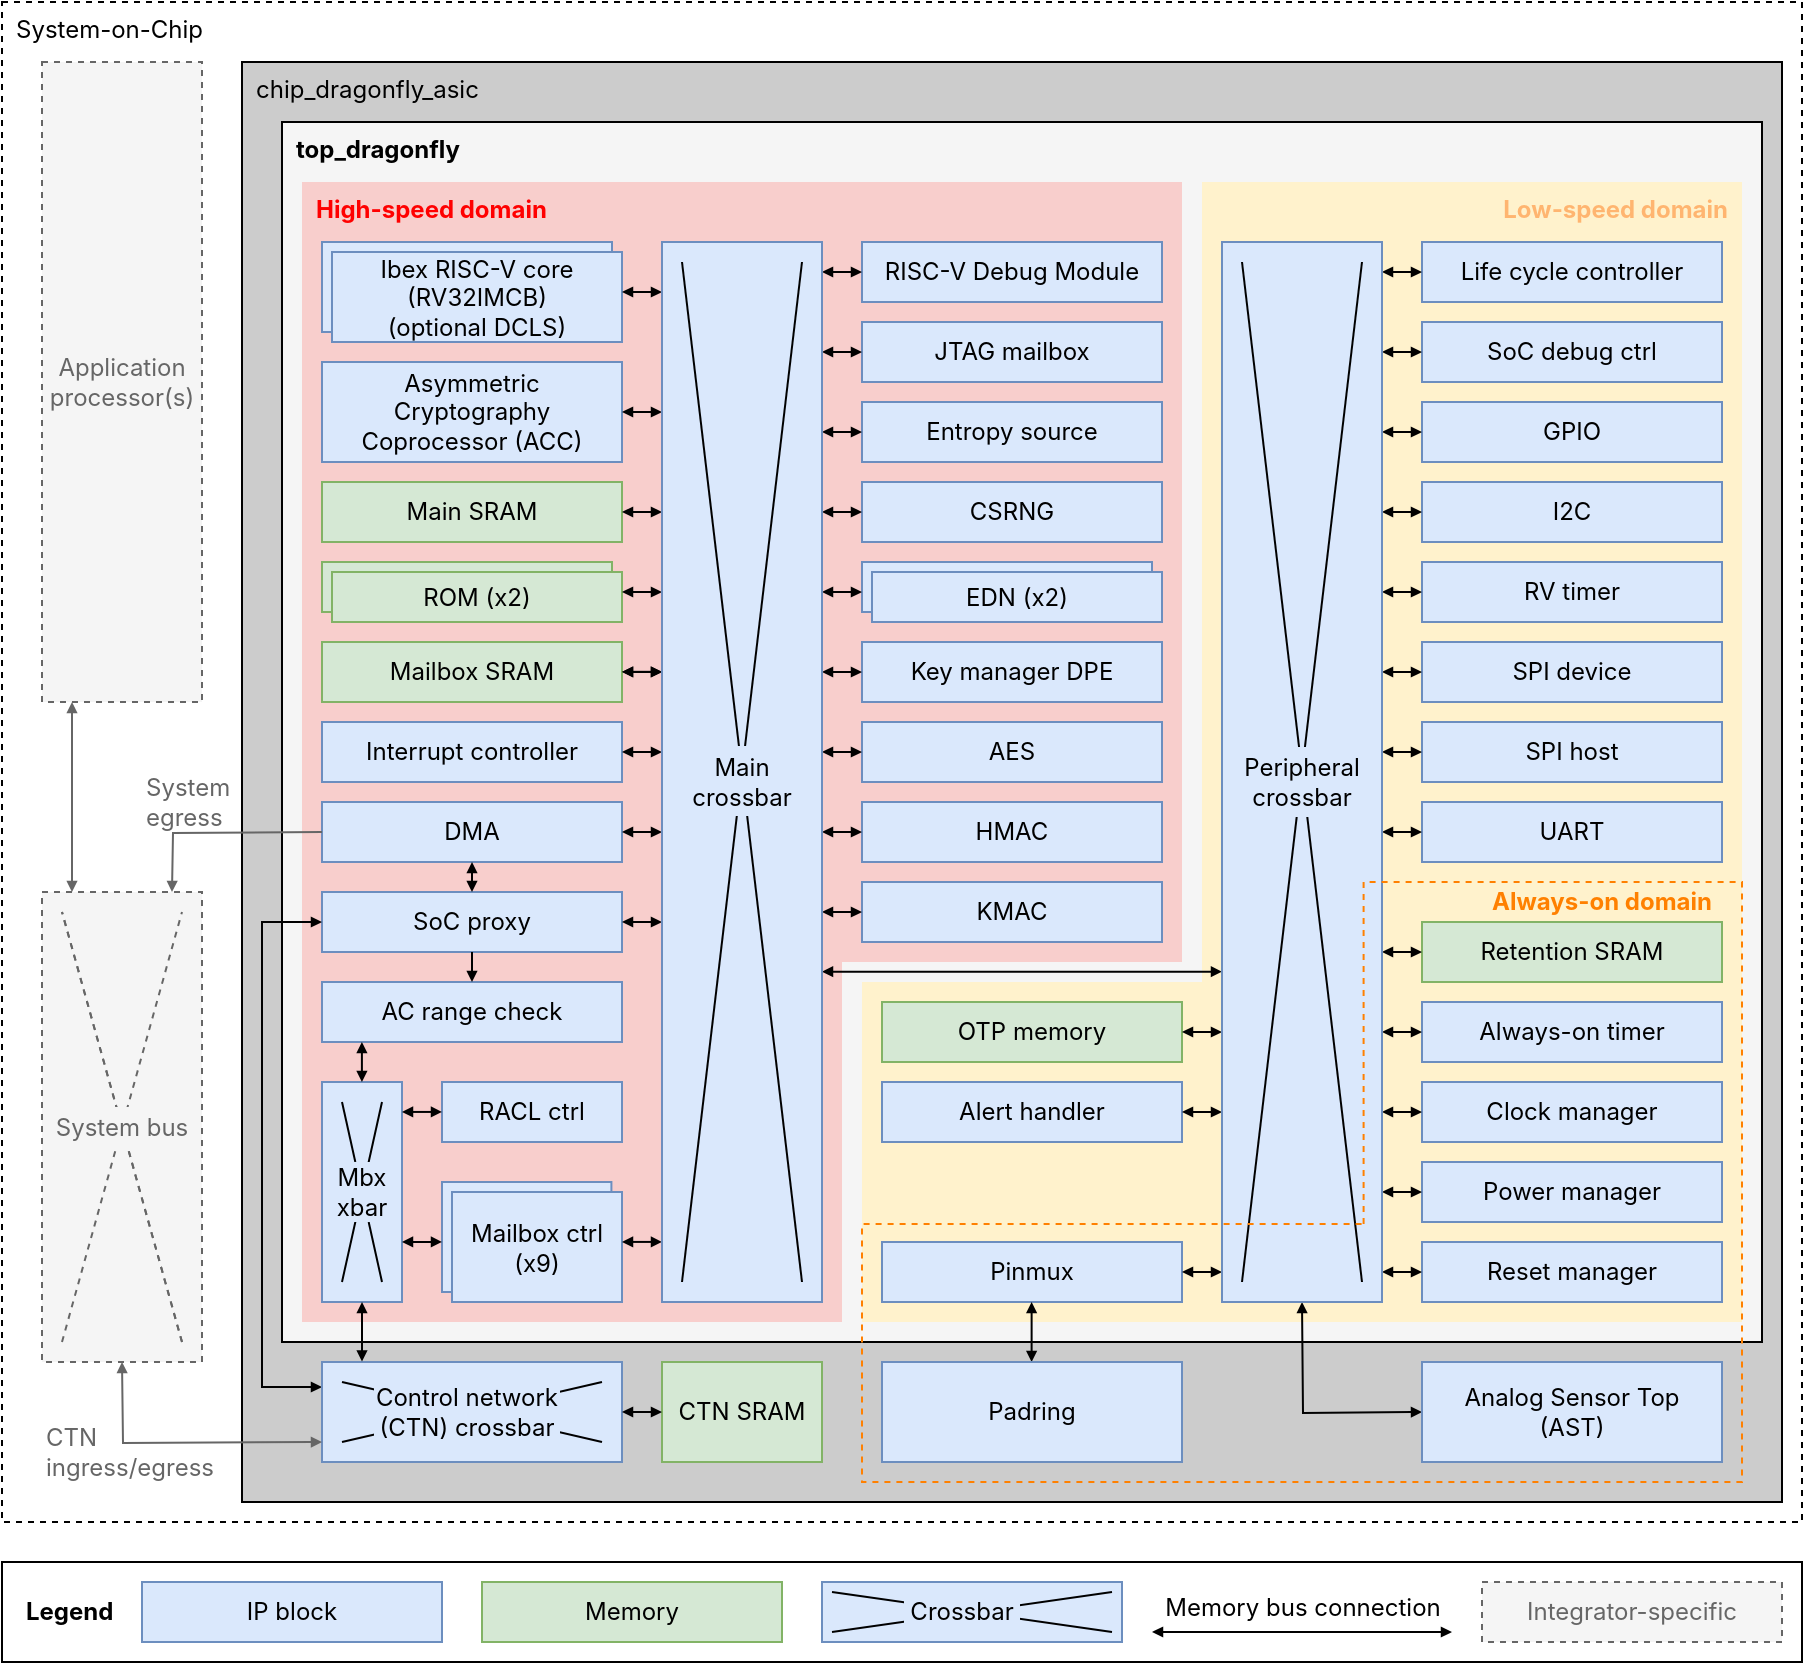
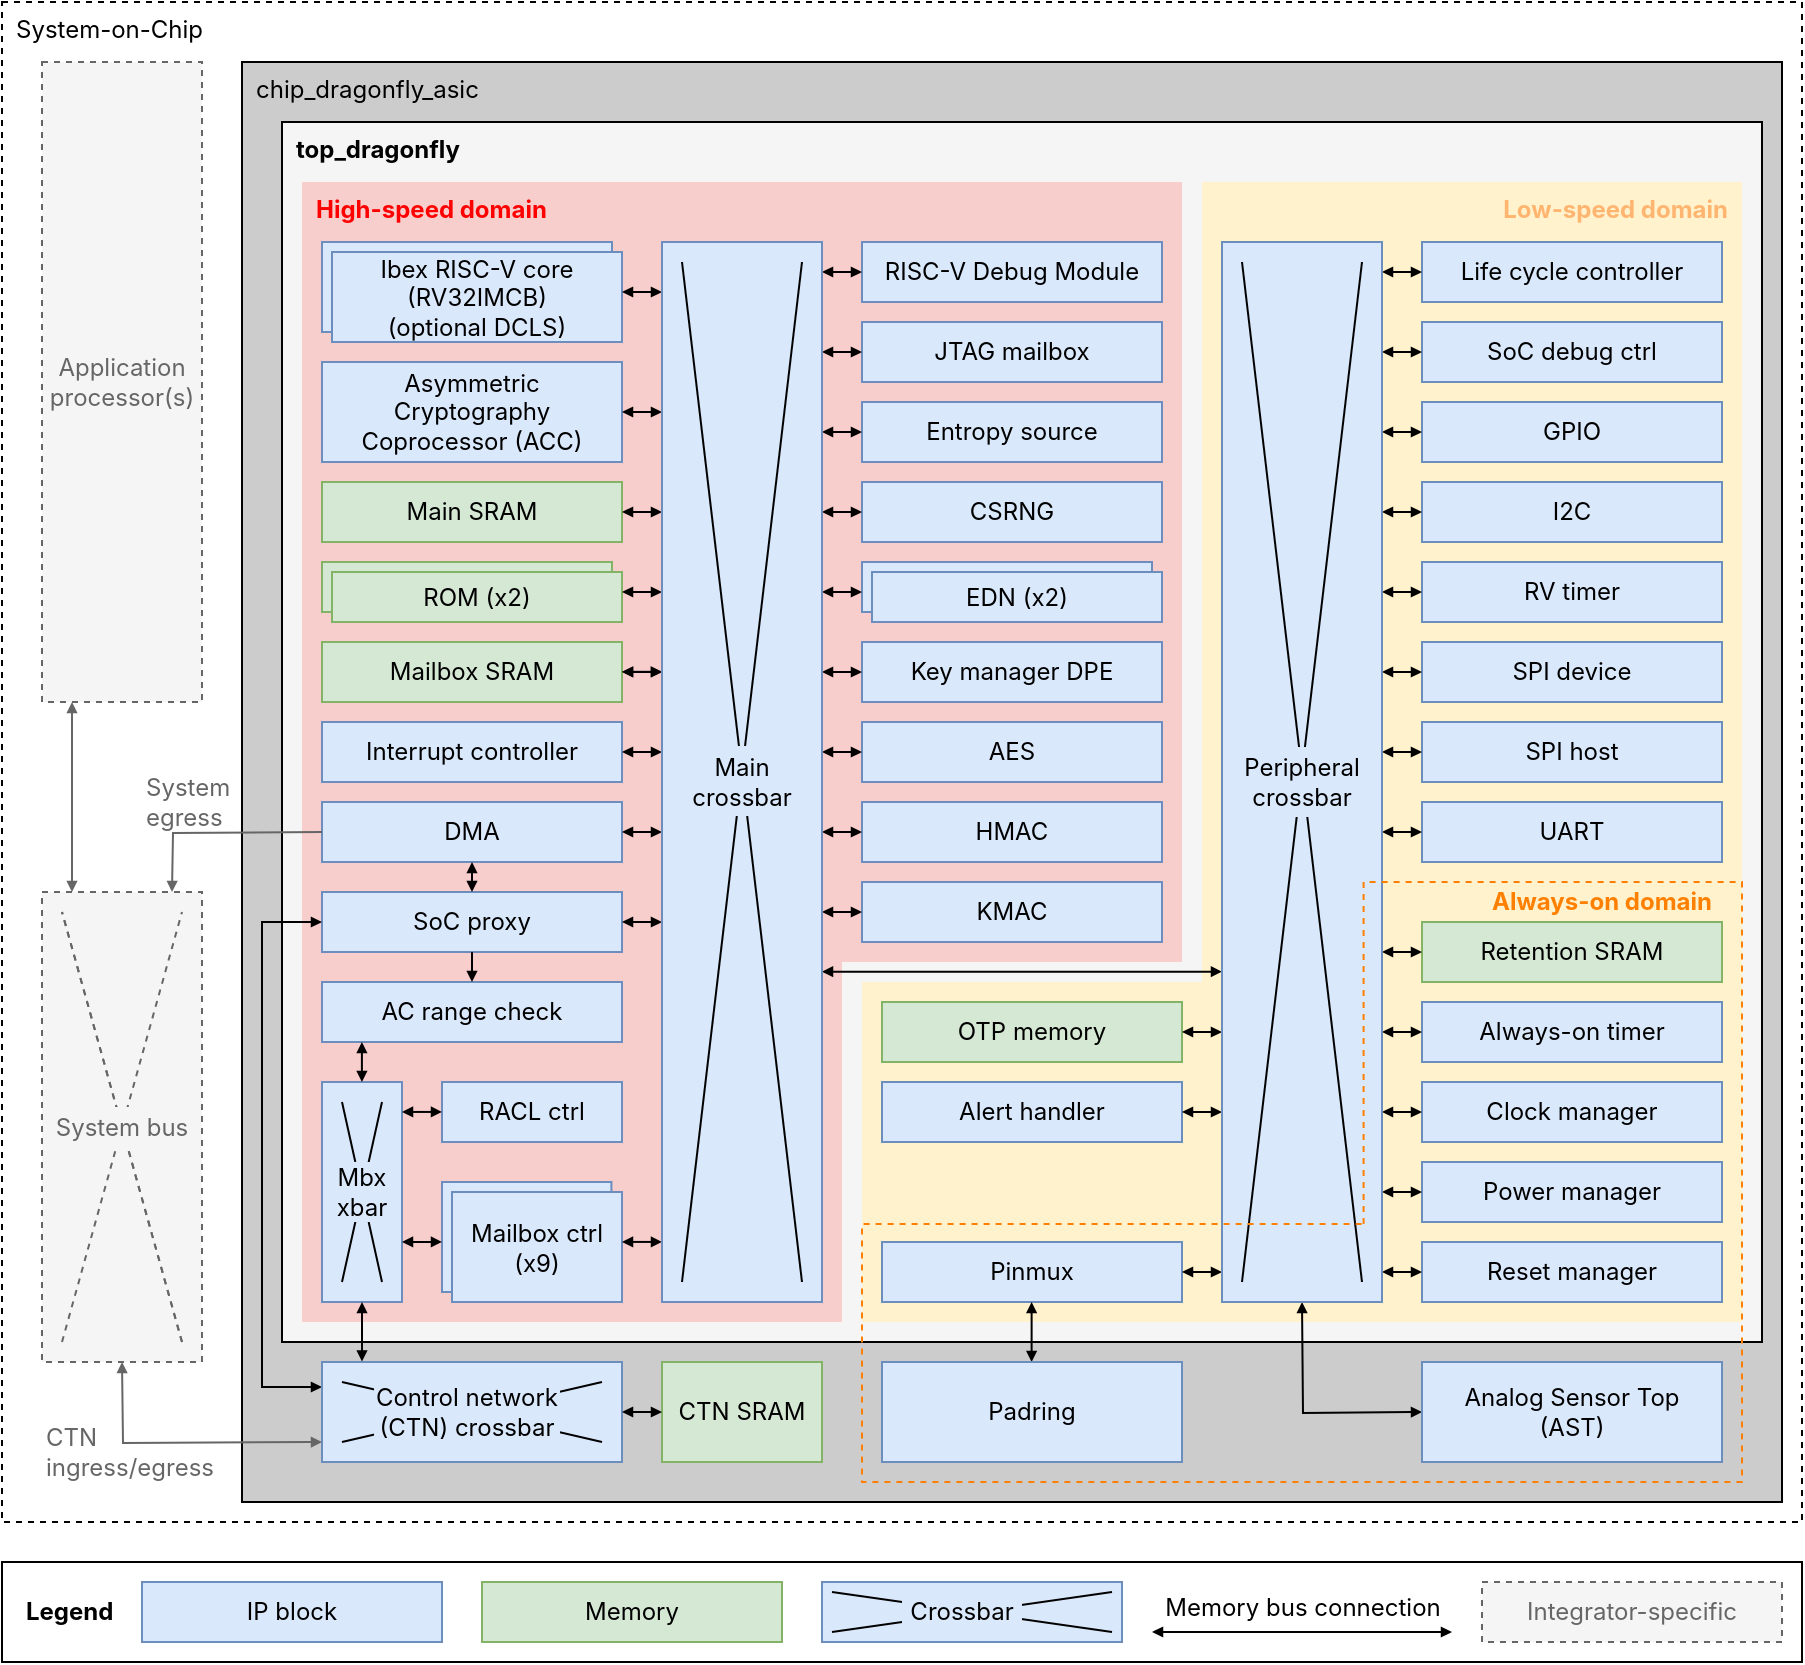
<mxfile host="app.diagrams.net">
  <diagram name="Page-1" id="MSztbGPcqC1q82uuUvVW">
    <mxGraphModel dx="1414" dy="894" grid="1" gridSize="10" guides="1" tooltips="1" connect="1" arrows="1" fold="1" page="1" pageScale="1" pageWidth="1100" pageHeight="850" math="0" shadow="0">
      <root>
        <mxCell id="0" />
        <mxCell id="1" parent="0" />
        <mxCell id="y9GF8haSMmf8SIC3IKub-166" parent="1" style="rounded=0;whiteSpace=wrap;html=1;fontFamily=Inter;fontSize=12;labelBackgroundColor=none;align=left;verticalAlign=top;spacingLeft=5;dashed=1;fontSource=https%3A%2F%2Ffonts.googleapis.com%2Fcss%3Ffamily%3DInter;" value="System-on-Chip" vertex="1">
          <mxGeometry height="760" width="900" x="40" y="40" as="geometry" />
        </mxCell>
        <mxCell id="y9GF8haSMmf8SIC3IKub-145" parent="1" style="rounded=0;whiteSpace=wrap;html=1;fontFamily=Inter;fontSize=12;fontColor=default;labelBackgroundColor=none;align=left;verticalAlign=top;spacingLeft=5;fillColor=#CCCCCC;fontSource=https%3A%2F%2Ffonts.googleapis.com%2Fcss%3Ffamily%3DInter;" value="&lt;div align=&quot;left&quot;&gt;chip_dragonfly_asic&lt;/div&gt;" vertex="1">
          <mxGeometry height="720" width="770" x="160" y="70" as="geometry" />
        </mxCell>
        <mxCell id="y9GF8haSMmf8SIC3IKub-144" parent="1" style="rounded=0;whiteSpace=wrap;html=1;fontFamily=Inter;fontSize=12;fontColor=default;labelBackgroundColor=none;align=left;verticalAlign=top;spacingLeft=5;fillColor=#F5F5F5;fontSource=https%3A%2F%2Ffonts.googleapis.com%2Fcss%3Ffamily%3DInter;" value="&lt;div align=&quot;left&quot;&gt;&lt;b&gt;top_dragonfly&lt;/b&gt;&lt;/div&gt;" vertex="1">
          <mxGeometry height="610" width="740" x="180" y="100" as="geometry" />
        </mxCell>
        <mxCell id="y9GF8haSMmf8SIC3IKub-72" parent="1" style="rounded=0;whiteSpace=wrap;html=1;fontFamily=Inter;fontSize=11;labelBackgroundColor=default;fillColor=#fff2cc;strokeColor=none;fontSource=https%3A%2F%2Ffonts.googleapis.com%2Fcss%3Ffamily%3DInter;" value="" vertex="1">
          <mxGeometry height="170" width="440" x="470" y="530" as="geometry" />
        </mxCell>
        <mxCell id="y9GF8haSMmf8SIC3IKub-71" parent="1" style="rounded=0;whiteSpace=wrap;html=1;fontFamily=Inter;fontSize=12;labelBackgroundColor=none;align=right;verticalAlign=top;spacingRight=5;fontStyle=1;fontSource=https%3A%2F%2Ffonts.googleapis.com%2Fcss%3Ffamily%3DInter;fillColor=#fff2cc;strokeColor=none;fontColor=#FFB570;" value="&lt;div align=&quot;right&quot;&gt;Low-speed domain&lt;/div&gt;" vertex="1">
          <mxGeometry height="405" width="270" x="640" y="130" as="geometry" />
        </mxCell>
        <mxCell id="y9GF8haSMmf8SIC3IKub-55" parent="1" style="rounded=0;whiteSpace=wrap;html=1;fontFamily=Inter;fontSize=12;labelBackgroundColor=none;align=left;imageVerticalAlign=middle;verticalAlign=top;fillColor=#f8cecc;strokeColor=none;fontColor=#FF0000;spacingLeft=5;spacingTop=0;fontSource=https%3A%2F%2Ffonts.googleapis.com%2Fcss%3Ffamily%3DInter;" value="&lt;div align=&quot;left&quot;&gt;&lt;br&gt;&lt;/div&gt;" vertex="1">
          <mxGeometry height="180" width="270" x="190" y="520" as="geometry" />
        </mxCell>
        <mxCell id="y9GF8haSMmf8SIC3IKub-53" parent="1" style="rounded=0;whiteSpace=wrap;html=1;fontFamily=Inter;fontSize=12;labelBackgroundColor=none;align=left;imageVerticalAlign=middle;verticalAlign=top;fillColor=#f8cecc;strokeColor=none;fontColor=#FF0000;spacingLeft=5;spacingTop=0;fontSource=https%3A%2F%2Ffonts.googleapis.com%2Fcss%3Ffamily%3DInter;" value="&lt;div align=&quot;left&quot;&gt;&lt;b&gt;&lt;font data-font-src=&quot;https://fonts.googleapis.com/css?family=Inter&quot;&gt;High-speed domain&lt;/font&gt;&lt;/b&gt;&lt;/div&gt;" vertex="1">
          <mxGeometry height="390" width="440" x="190" y="130" as="geometry" />
        </mxCell>
        <mxCell id="y9GF8haSMmf8SIC3IKub-6" parent="1" style="whiteSpace=wrap;html=1;container=0;dropTarget=0;portConstraint=none;fontFamily=Inter;fontSource=https%3A%2F%2Ffonts.googleapis.com%2Fcss%3Ffamily%3DInter;spacing=2;groupPadding=0;rounded=0;perimeterSpacing=0;perimeter=rectanglePerimeter;fillColor=#dae8fc;strokeColor=#6c8ebf;" value="RISC-V Debug Module" vertex="1">
          <mxGeometry height="30" width="150" x="470" y="160" as="geometry" />
        </mxCell>
        <mxCell id="y9GF8haSMmf8SIC3IKub-9" parent="1" style="whiteSpace=wrap;html=1;container=0;dropTarget=0;portConstraint=none;fontFamily=Inter;fontSource=https%3A%2F%2Ffonts.googleapis.com%2Fcss%3Ffamily%3DInter;spacing=2;groupPadding=0;rounded=0;perimeterSpacing=0;perimeter=rectanglePerimeter;fillColor=#dae8fc;strokeColor=#6c8ebf;" value="JTAG mailbox" vertex="1">
          <mxGeometry height="30" width="150" x="470" y="200" as="geometry" />
        </mxCell>
        <mxCell id="y9GF8haSMmf8SIC3IKub-11" parent="1" style="whiteSpace=wrap;html=1;container=0;dropTarget=0;portConstraint=none;fontFamily=Inter;fontSource=https%3A%2F%2Ffonts.googleapis.com%2Fcss%3Ffamily%3DInter;spacing=2;groupPadding=0;rounded=0;perimeterSpacing=0;perimeter=rectanglePerimeter;fillColor=#dae8fc;strokeColor=#6c8ebf;" value="CSRNG" vertex="1">
          <mxGeometry height="30" width="150" x="470" y="280" as="geometry" />
        </mxCell>
        <mxCell id="y9GF8haSMmf8SIC3IKub-14" parent="1" style="whiteSpace=wrap;html=1;container=0;dropTarget=0;portConstraint=none;fontFamily=Inter;fontSource=https%3A%2F%2Ffonts.googleapis.com%2Fcss%3Ffamily%3DInter;spacing=2;groupPadding=0;rounded=0;perimeterSpacing=0;perimeter=rectanglePerimeter;fillColor=#dae8fc;strokeColor=#6c8ebf;" value="Key manager DPE" vertex="1">
          <mxGeometry height="30" width="150" x="470" y="360" as="geometry" />
        </mxCell>
        <mxCell id="y9GF8haSMmf8SIC3IKub-15" parent="1" style="whiteSpace=wrap;html=1;container=0;dropTarget=0;portConstraint=none;fontFamily=Inter;fontSource=https%3A%2F%2Ffonts.googleapis.com%2Fcss%3Ffamily%3DInter;spacing=2;groupPadding=0;rounded=0;perimeterSpacing=0;perimeter=rectanglePerimeter;fillColor=#dae8fc;strokeColor=#6c8ebf;" value="AES" vertex="1">
          <mxGeometry height="30" width="150" x="470" y="400" as="geometry" />
        </mxCell>
        <mxCell id="y9GF8haSMmf8SIC3IKub-16" parent="1" style="whiteSpace=wrap;html=1;container=0;dropTarget=0;portConstraint=none;fontFamily=Inter;fontSource=https%3A%2F%2Ffonts.googleapis.com%2Fcss%3Ffamily%3DInter;spacing=2;groupPadding=0;rounded=0;perimeterSpacing=0;perimeter=rectanglePerimeter;fillColor=#dae8fc;strokeColor=#6c8ebf;" value="HMAC" vertex="1">
          <mxGeometry height="30" width="150" x="470" y="440" as="geometry" />
        </mxCell>
        <mxCell id="y9GF8haSMmf8SIC3IKub-17" parent="1" style="whiteSpace=wrap;html=1;container=0;dropTarget=0;portConstraint=none;fontFamily=Inter;fontSource=https%3A%2F%2Ffonts.googleapis.com%2Fcss%3Ffamily%3DInter;spacing=2;groupPadding=0;rounded=0;perimeterSpacing=0;perimeter=rectanglePerimeter;fillColor=#dae8fc;strokeColor=#6c8ebf;" value="KMAC" vertex="1">
          <mxGeometry height="30" width="150" x="470" y="480" as="geometry" />
        </mxCell>
        <mxCell id="y9GF8haSMmf8SIC3IKub-18" parent="1" style="whiteSpace=wrap;html=1;container=0;dropTarget=0;portConstraint=none;fontFamily=Inter;fontSource=https%3A%2F%2Ffonts.googleapis.com%2Fcss%3Ffamily%3DInter;spacing=2;groupPadding=0;rounded=0;perimeterSpacing=0;perimeter=rectanglePerimeter;fillColor=#d5e8d4;strokeColor=#82b366;" value="Main SRAM" vertex="1">
          <mxGeometry height="30" width="150" x="200" y="280" as="geometry" />
        </mxCell>
        <mxCell id="y9GF8haSMmf8SIC3IKub-20" parent="1" style="whiteSpace=wrap;html=1;container=0;dropTarget=0;portConstraint=none;fontFamily=Inter;fontSource=https%3A%2F%2Ffonts.googleapis.com%2Fcss%3Ffamily%3DInter;spacing=2;groupPadding=0;rounded=0;perimeterSpacing=0;perimeter=rectanglePerimeter;fillColor=#dae8fc;strokeColor=#6c8ebf;" value="Interrupt controller" vertex="1">
          <mxGeometry height="30" width="150" x="200" y="400" as="geometry" />
        </mxCell>
        <mxCell id="y9GF8haSMmf8SIC3IKub-26" parent="1" style="whiteSpace=wrap;html=1;container=0;dropTarget=0;portConstraint=none;fontFamily=Inter;fontSource=https%3A%2F%2Ffonts.googleapis.com%2Fcss%3Ffamily%3DInter;spacing=2;groupPadding=0;rounded=0;perimeterSpacing=0;perimeter=rectanglePerimeter;fillColor=#dae8fc;strokeColor=#6c8ebf;" value="DMA" vertex="1">
          <mxGeometry height="30" width="150" x="200" y="440" as="geometry" />
        </mxCell>
        <mxCell id="y9GF8haSMmf8SIC3IKub-27" parent="1" style="whiteSpace=wrap;html=1;container=0;dropTarget=0;portConstraint=none;fontFamily=Inter;fontSource=https%3A%2F%2Ffonts.googleapis.com%2Fcss%3Ffamily%3DInter;spacing=2;groupPadding=0;rounded=0;perimeterSpacing=0;perimeter=rectanglePerimeter;fillColor=#dae8fc;strokeColor=#6c8ebf;" value="SoC proxy" vertex="1">
          <mxGeometry height="30" width="150" x="200" y="485" as="geometry" />
        </mxCell>
        <mxCell id="y9GF8haSMmf8SIC3IKub-28" parent="1" style="whiteSpace=wrap;html=1;container=0;dropTarget=0;portConstraint=none;fontFamily=Inter;fontSource=https%3A%2F%2Ffonts.googleapis.com%2Fcss%3Ffamily%3DInter;spacing=2;groupPadding=0;rounded=0;perimeterSpacing=0;perimeter=rectanglePerimeter;fillColor=#dae8fc;strokeColor=#6c8ebf;" value="&lt;div&gt;AC range check&lt;/div&gt;" vertex="1">
          <mxGeometry height="30" width="150" x="200" y="530" as="geometry" />
        </mxCell>
        <mxCell id="y9GF8haSMmf8SIC3IKub-29" parent="1" style="whiteSpace=wrap;html=1;container=0;dropTarget=0;portConstraint=none;fontFamily=Inter;fontSource=https%3A%2F%2Ffonts.googleapis.com%2Fcss%3Ffamily%3DInter;spacing=2;groupPadding=0;rounded=0;perimeterSpacing=0;perimeter=rectanglePerimeter;fillColor=#dae8fc;strokeColor=#6c8ebf;" value="RACL ctrl" vertex="1">
          <mxGeometry height="30" width="90" x="260" y="580" as="geometry" />
        </mxCell>
        <mxCell id="y9GF8haSMmf8SIC3IKub-33" connectable="0" parent="1" style="group;fontFamily=Inter;fontSource=https%3A%2F%2Ffonts.googleapis.com%2Fcss%3Ffamily%3DInter;" value="" vertex="1">
          <mxGeometry height="60" width="90" x="260" y="630" as="geometry" />
        </mxCell>
        <mxCell id="y9GF8haSMmf8SIC3IKub-31" parent="y9GF8haSMmf8SIC3IKub-33" style="rounded=0;whiteSpace=wrap;html=1;fontFamily=Inter;fontSource=https%3A%2F%2Ffonts.googleapis.com%2Fcss%3Ffamily%3DInter;fillColor=#dae8fc;strokeColor=#6c8ebf;" value="" vertex="1">
          <mxGeometry height="55" width="84.70588235294117" as="geometry" />
        </mxCell>
        <mxCell id="y9GF8haSMmf8SIC3IKub-32" parent="y9GF8haSMmf8SIC3IKub-33" style="rounded=0;whiteSpace=wrap;html=1;fontFamily=Inter;fontSource=https%3A%2F%2Ffonts.googleapis.com%2Fcss%3Ffamily%3DInter;fillColor=#dae8fc;strokeColor=#6c8ebf;" value="Mailbox ctrl (x9)" vertex="1">
          <mxGeometry height="55" width="85" x="5" y="5" as="geometry" />
        </mxCell>
        <mxCell id="y9GF8haSMmf8SIC3IKub-36" parent="1" style="whiteSpace=wrap;html=1;container=0;dropTarget=0;portConstraint=none;fontFamily=Inter;fontSource=https%3A%2F%2Ffonts.googleapis.com%2Fcss%3Ffamily%3DInter;spacing=2;groupPadding=0;rounded=0;perimeterSpacing=0;perimeter=rectanglePerimeter;fillColor=#dae8fc;strokeColor=#6c8ebf;" value="" vertex="1">
          <mxGeometry height="110" width="40" x="200" y="580" as="geometry" />
        </mxCell>
        <mxCell id="y9GF8haSMmf8SIC3IKub-38" parent="1" style="whiteSpace=wrap;html=1;container=0;dropTarget=0;portConstraint=none;fontFamily=Inter;fontSource=https%3A%2F%2Ffonts.googleapis.com%2Fcss%3Ffamily%3DInter;spacing=2;groupPadding=0;rounded=0;perimeterSpacing=0;perimeter=rectanglePerimeter;fillColor=#d5e8d4;strokeColor=#82b366;" value="OTP memory" vertex="1">
          <mxGeometry height="30" width="150" x="480" y="540" as="geometry" />
        </mxCell>
        <mxCell id="y9GF8haSMmf8SIC3IKub-39" parent="1" style="whiteSpace=wrap;html=1;container=0;dropTarget=0;portConstraint=none;fontFamily=Inter;fontSource=https%3A%2F%2Ffonts.googleapis.com%2Fcss%3Ffamily%3DInter;spacing=2;groupPadding=0;rounded=0;perimeterSpacing=0;perimeter=rectanglePerimeter;fillColor=#dae8fc;strokeColor=#6c8ebf;" value="Alert handler" vertex="1">
          <mxGeometry height="30" width="150" x="480" y="580" as="geometry" />
        </mxCell>
        <mxCell id="y9GF8haSMmf8SIC3IKub-40" parent="1" style="whiteSpace=wrap;html=1;container=0;dropTarget=0;portConstraint=none;fontFamily=Inter;fontSource=https%3A%2F%2Ffonts.googleapis.com%2Fcss%3Ffamily%3DInter;spacing=2;groupPadding=0;rounded=0;perimeterSpacing=0;perimeter=rectanglePerimeter;fillColor=#dae8fc;strokeColor=#6c8ebf;" value="Pinmux" vertex="1">
          <mxGeometry height="30" width="150" x="480" y="660" as="geometry" />
        </mxCell>
        <mxCell id="y9GF8haSMmf8SIC3IKub-46" edge="1" parent="1" source="y9GF8haSMmf8SIC3IKub-36" style="edgeStyle=none;shape=connector;rounded=1;orthogonalLoop=1;jettySize=auto;html=1;entryX=0.133;entryY=1;entryDx=0;entryDy=0;entryPerimeter=0;strokeColor=default;align=center;verticalAlign=middle;fontFamily=Inter;fontSize=11;fontColor=default;labelBackgroundColor=default;startArrow=block;startFill=1;startSize=3;endArrow=block;endFill=1;endSize=3;fontSource=https%3A%2F%2Ffonts.googleapis.com%2Fcss%3Ffamily%3DInter;" target="y9GF8haSMmf8SIC3IKub-28">
          <mxGeometry relative="1" as="geometry" />
        </mxCell>
        <mxCell id="y9GF8haSMmf8SIC3IKub-47" edge="1" parent="1" style="endArrow=block;startArrow=block;html=1;rounded=1;strokeColor=default;align=center;verticalAlign=middle;fontFamily=Inter;fontSize=11;fontColor=default;labelBackgroundColor=default;startSize=3;endSize=3;startFill=1;endFill=1;entryX=0;entryY=0.545;entryDx=0;entryDy=0;entryPerimeter=0;fontSource=https%3A%2F%2Ffonts.googleapis.com%2Fcss%3Ffamily%3DInter;" target="y9GF8haSMmf8SIC3IKub-31" value="">
          <mxGeometry height="50" relative="1" width="50" as="geometry">
            <mxPoint x="240" y="660" as="sourcePoint" />
            <mxPoint x="250" y="660" as="targetPoint" />
          </mxGeometry>
        </mxCell>
        <mxCell id="y9GF8haSMmf8SIC3IKub-49" edge="1" parent="1" style="endArrow=block;startArrow=block;html=1;rounded=1;strokeColor=default;align=center;verticalAlign=middle;fontFamily=Inter;fontSize=11;fontColor=default;labelBackgroundColor=default;startSize=3;endSize=3;startFill=1;endFill=1;entryX=0;entryY=0.545;entryDx=0;entryDy=0;entryPerimeter=0;fontSource=https%3A%2F%2Ffonts.googleapis.com%2Fcss%3Ffamily%3DInter;" value="">
          <mxGeometry height="50" relative="1" width="50" as="geometry">
            <mxPoint x="240" y="594.97" as="sourcePoint" />
            <mxPoint x="260" y="594.97" as="targetPoint" />
          </mxGeometry>
        </mxCell>
        <mxCell id="y9GF8haSMmf8SIC3IKub-51" edge="1" parent="1" style="endArrow=block;startArrow=block;html=1;rounded=1;strokeColor=default;align=center;verticalAlign=middle;fontFamily=Inter;fontSize=11;fontColor=default;labelBackgroundColor=default;startSize=3;endSize=3;startFill=1;endFill=1;entryX=0;entryY=0.545;entryDx=0;entryDy=0;entryPerimeter=0;fontSource=https%3A%2F%2Ffonts.googleapis.com%2Fcss%3Ffamily%3DInter;" value="">
          <mxGeometry height="50" relative="1" width="50" as="geometry">
            <mxPoint x="350" y="659.96" as="sourcePoint" />
            <mxPoint x="370" y="659.96" as="targetPoint" />
          </mxGeometry>
        </mxCell>
        <mxCell id="y9GF8haSMmf8SIC3IKub-52" parent="1" style="whiteSpace=wrap;html=1;container=0;dropTarget=0;portConstraint=none;fontFamily=Inter;fontSource=https%3A%2F%2Ffonts.googleapis.com%2Fcss%3Ffamily%3DInter;spacing=2;groupPadding=0;rounded=0;perimeterSpacing=0;perimeter=rectanglePerimeter;fillColor=#d5e8d4;strokeColor=#82b366;" value="Mailbox SRAM" vertex="1">
          <mxGeometry height="30" width="150" x="200" y="360" as="geometry" />
        </mxCell>
        <mxCell id="y9GF8haSMmf8SIC3IKub-1" parent="1" style="whiteSpace=wrap;html=1;container=0;dropTarget=0;portConstraint=none;fontFamily=Inter;fontSource=https%3A%2F%2Ffonts.googleapis.com%2Fcss%3Ffamily%3DInter;spacing=2;groupPadding=0;rounded=0;perimeterSpacing=0;perimeter=rectanglePerimeter;fillColor=#dae8fc;strokeColor=#6c8ebf;" value="Asymmetric Cryptography Coprocessor (ACC)" vertex="1">
          <mxGeometry height="50" width="150" x="200" y="220" as="geometry" />
        </mxCell>
        <mxCell id="y9GF8haSMmf8SIC3IKub-57" parent="1" style="whiteSpace=wrap;html=1;container=0;dropTarget=0;portConstraint=none;fontFamily=Inter;fontSource=https%3A%2F%2Ffonts.googleapis.com%2Fcss%3Ffamily%3DInter;spacing=2;groupPadding=0;rounded=0;perimeterSpacing=0;perimeter=rectanglePerimeter;fillColor=#dae8fc;strokeColor=#6c8ebf;" value="Life cycle controller" vertex="1">
          <mxGeometry height="30" width="150" x="750" y="160" as="geometry" />
        </mxCell>
        <mxCell id="y9GF8haSMmf8SIC3IKub-58" parent="1" style="whiteSpace=wrap;html=1;container=0;dropTarget=0;portConstraint=none;fontFamily=Inter;fontSource=https%3A%2F%2Ffonts.googleapis.com%2Fcss%3Ffamily%3DInter;spacing=2;groupPadding=0;rounded=0;perimeterSpacing=0;perimeter=rectanglePerimeter;fillColor=#dae8fc;strokeColor=#6c8ebf;" value="SoC debug ctrl" vertex="1">
          <mxGeometry height="30" width="150" x="750" y="200" as="geometry" />
        </mxCell>
        <mxCell id="y9GF8haSMmf8SIC3IKub-59" parent="1" style="whiteSpace=wrap;html=1;container=0;dropTarget=0;portConstraint=none;fontFamily=Inter;fontSource=https%3A%2F%2Ffonts.googleapis.com%2Fcss%3Ffamily%3DInter;spacing=2;groupPadding=0;rounded=0;perimeterSpacing=0;perimeter=rectanglePerimeter;fillColor=#dae8fc;strokeColor=#6c8ebf;" value="GPIO" vertex="1">
          <mxGeometry height="30" width="150" x="750" y="240" as="geometry" />
        </mxCell>
        <mxCell id="y9GF8haSMmf8SIC3IKub-60" parent="1" style="whiteSpace=wrap;html=1;container=0;dropTarget=0;portConstraint=none;fontFamily=Inter;fontSource=https%3A%2F%2Ffonts.googleapis.com%2Fcss%3Ffamily%3DInter;spacing=2;groupPadding=0;rounded=0;perimeterSpacing=0;perimeter=rectanglePerimeter;fillColor=#dae8fc;strokeColor=#6c8ebf;" value="I2C" vertex="1">
          <mxGeometry height="30" width="150" x="750" y="280" as="geometry" />
        </mxCell>
        <mxCell id="y9GF8haSMmf8SIC3IKub-61" parent="1" style="whiteSpace=wrap;html=1;container=0;dropTarget=0;portConstraint=none;fontFamily=Inter;fontSource=https%3A%2F%2Ffonts.googleapis.com%2Fcss%3Ffamily%3DInter;spacing=2;groupPadding=0;rounded=0;perimeterSpacing=0;perimeter=rectanglePerimeter;fillColor=#dae8fc;strokeColor=#6c8ebf;" value="SPI device" vertex="1">
          <mxGeometry height="30" width="150" x="750" y="360" as="geometry" />
        </mxCell>
        <mxCell id="y9GF8haSMmf8SIC3IKub-62" parent="1" style="whiteSpace=wrap;html=1;container=0;dropTarget=0;portConstraint=none;fontFamily=Inter;fontSource=https%3A%2F%2Ffonts.googleapis.com%2Fcss%3Ffamily%3DInter;spacing=2;groupPadding=0;rounded=0;perimeterSpacing=0;perimeter=rectanglePerimeter;fillColor=#dae8fc;strokeColor=#6c8ebf;" value="SPI host" vertex="1">
          <mxGeometry height="30" width="150" x="750" y="400" as="geometry" />
        </mxCell>
        <mxCell id="y9GF8haSMmf8SIC3IKub-63" parent="1" style="whiteSpace=wrap;html=1;container=0;dropTarget=0;portConstraint=none;fontFamily=Inter;fontSource=https%3A%2F%2Ffonts.googleapis.com%2Fcss%3Ffamily%3DInter;spacing=2;groupPadding=0;rounded=0;perimeterSpacing=0;perimeter=rectanglePerimeter;fillColor=#dae8fc;strokeColor=#6c8ebf;" value="UART" vertex="1">
          <mxGeometry height="30" width="150" x="750" y="440" as="geometry" />
        </mxCell>
        <mxCell id="y9GF8haSMmf8SIC3IKub-64" parent="1" style="whiteSpace=wrap;html=1;container=0;dropTarget=0;portConstraint=none;fontFamily=Inter;fontSource=https%3A%2F%2Ffonts.googleapis.com%2Fcss%3Ffamily%3DInter;spacing=2;groupPadding=0;rounded=0;perimeterSpacing=0;perimeter=rectanglePerimeter;fillColor=#dae8fc;strokeColor=#6c8ebf;" value="RV timer" vertex="1">
          <mxGeometry height="30" width="150" x="750" y="320" as="geometry" />
        </mxCell>
        <mxCell id="y9GF8haSMmf8SIC3IKub-65" parent="1" style="whiteSpace=wrap;html=1;container=0;dropTarget=0;portConstraint=none;fontFamily=Inter;fontSource=https%3A%2F%2Ffonts.googleapis.com%2Fcss%3Ffamily%3DInter;spacing=2;groupPadding=0;rounded=0;perimeterSpacing=0;perimeter=rectanglePerimeter;fillColor=#d5e8d4;strokeColor=#82b366;" value="Retention SRAM" vertex="1">
          <mxGeometry height="30" width="150" x="750" y="500" as="geometry" />
        </mxCell>
        <mxCell id="y9GF8haSMmf8SIC3IKub-66" parent="1" style="whiteSpace=wrap;html=1;container=0;dropTarget=0;portConstraint=none;fontFamily=Inter;fontSource=https%3A%2F%2Ffonts.googleapis.com%2Fcss%3Ffamily%3DInter;spacing=2;groupPadding=0;rounded=0;perimeterSpacing=0;perimeter=rectanglePerimeter;fillColor=#dae8fc;strokeColor=#6c8ebf;" value="Reset manager" vertex="1">
          <mxGeometry height="30" width="150" x="750" y="660" as="geometry" />
        </mxCell>
        <mxCell id="y9GF8haSMmf8SIC3IKub-67" parent="1" style="whiteSpace=wrap;html=1;container=0;dropTarget=0;portConstraint=none;fontFamily=Inter;fontSource=https%3A%2F%2Ffonts.googleapis.com%2Fcss%3Ffamily%3DInter;spacing=2;groupPadding=0;rounded=0;perimeterSpacing=0;perimeter=rectanglePerimeter;fillColor=#dae8fc;strokeColor=#6c8ebf;" value="Power manager" vertex="1">
          <mxGeometry height="30" width="150" x="750" y="620" as="geometry" />
        </mxCell>
        <mxCell id="y9GF8haSMmf8SIC3IKub-68" parent="1" style="whiteSpace=wrap;html=1;container=0;dropTarget=0;portConstraint=none;fontFamily=Inter;fontSource=https%3A%2F%2Ffonts.googleapis.com%2Fcss%3Ffamily%3DInter;spacing=2;groupPadding=0;rounded=0;perimeterSpacing=0;perimeter=rectanglePerimeter;fillColor=#dae8fc;strokeColor=#6c8ebf;" value="Clock manager" vertex="1">
          <mxGeometry height="30" width="150" x="750" y="580" as="geometry" />
        </mxCell>
        <mxCell id="y9GF8haSMmf8SIC3IKub-69" parent="1" style="whiteSpace=wrap;html=1;container=0;dropTarget=0;portConstraint=none;fontFamily=Inter;fontSource=https%3A%2F%2Ffonts.googleapis.com%2Fcss%3Ffamily%3DInter;spacing=2;groupPadding=0;rounded=0;perimeterSpacing=0;perimeter=rectanglePerimeter;fillColor=#dae8fc;strokeColor=#6c8ebf;" value="Always-on timer" vertex="1">
          <mxGeometry height="30" width="150" x="750" y="540" as="geometry" />
        </mxCell>
        <mxCell id="y9GF8haSMmf8SIC3IKub-70" parent="1" style="text;html=1;whiteSpace=wrap;strokeColor=none;fillColor=none;align=center;verticalAlign=middle;rounded=0;fontFamily=Inter;fontSize=12;fontColor=#FF8000;labelBackgroundColor=none;fontStyle=1;fontSource=https%3A%2F%2Ffonts.googleapis.com%2Fcss%3Ffamily%3DInter;" value="Always-on domain" vertex="1">
          <mxGeometry height="20" width="120" x="780" y="480" as="geometry" />
        </mxCell>
        <mxCell id="y9GF8haSMmf8SIC3IKub-23" connectable="0" parent="1" style="group;fontFamily=Inter;fontSource=https%3A%2F%2Ffonts.googleapis.com%2Fcss%3Ffamily%3DInter;" value="" vertex="1">
          <mxGeometry height="30" width="150" x="200" y="320" as="geometry" />
        </mxCell>
        <mxCell id="y9GF8haSMmf8SIC3IKub-24" parent="y9GF8haSMmf8SIC3IKub-23" style="whiteSpace=wrap;html=1;container=0;dropTarget=0;portConstraint=none;fontFamily=Inter;fontSource=https%3A%2F%2Ffonts.googleapis.com%2Fcss%3Ffamily%3DInter;spacing=2;groupPadding=0;rounded=0;perimeterSpacing=0;perimeter=rectanglePerimeter;fillColor=#d5e8d4;strokeColor=#82b366;" value="" vertex="1">
          <mxGeometry height="25" width="145" as="geometry" />
        </mxCell>
        <mxCell id="y9GF8haSMmf8SIC3IKub-25" parent="y9GF8haSMmf8SIC3IKub-23" style="whiteSpace=wrap;html=1;container=0;dropTarget=0;portConstraint=none;fontFamily=Inter;fontSource=https%3A%2F%2Ffonts.googleapis.com%2Fcss%3Ffamily%3DInter;spacing=2;groupPadding=0;rounded=0;perimeterSpacing=0;perimeter=rectanglePerimeter;fillColor=#d5e8d4;strokeColor=#82b366;" value="ROM (x2)" vertex="1">
          <mxGeometry height="25" width="145" x="5" y="5" as="geometry" />
        </mxCell>
        <mxCell id="y9GF8haSMmf8SIC3IKub-10" parent="1" style="whiteSpace=wrap;html=1;container=0;dropTarget=0;portConstraint=none;fontFamily=Inter;fontSource=https%3A%2F%2Ffonts.googleapis.com%2Fcss%3Ffamily%3DInter;spacing=2;groupPadding=0;rounded=0;perimeterSpacing=0;perimeter=rectanglePerimeter;fillColor=#dae8fc;strokeColor=#6c8ebf;" value="&lt;div&gt;Entropy source&lt;/div&gt;" vertex="1">
          <mxGeometry height="30" width="150" x="470" y="240" as="geometry" />
        </mxCell>
        <mxCell id="y9GF8haSMmf8SIC3IKub-22" connectable="0" parent="1" style="group;fontFamily=Inter;fontSource=https%3A%2F%2Ffonts.googleapis.com%2Fcss%3Ffamily%3DInter;" value="" vertex="1">
          <mxGeometry height="30" width="150" x="470" y="320" as="geometry" />
        </mxCell>
        <mxCell id="y9GF8haSMmf8SIC3IKub-12" parent="y9GF8haSMmf8SIC3IKub-22" style="whiteSpace=wrap;html=1;container=0;dropTarget=0;portConstraint=none;fontFamily=Inter;fontSource=https%3A%2F%2Ffonts.googleapis.com%2Fcss%3Ffamily%3DInter;spacing=2;groupPadding=0;rounded=0;perimeterSpacing=0;perimeter=rectanglePerimeter;fillColor=#dae8fc;strokeColor=#6c8ebf;" value="" vertex="1">
          <mxGeometry height="25" width="145" as="geometry" />
        </mxCell>
        <mxCell id="y9GF8haSMmf8SIC3IKub-13" parent="y9GF8haSMmf8SIC3IKub-22" style="whiteSpace=wrap;html=1;container=0;dropTarget=0;portConstraint=none;fontFamily=Inter;fontSource=https%3A%2F%2Ffonts.googleapis.com%2Fcss%3Ffamily%3DInter;spacing=2;groupPadding=0;rounded=0;perimeterSpacing=0;perimeter=rectanglePerimeter;fillColor=#dae8fc;strokeColor=#6c8ebf;" value="EDN (x2)" vertex="1">
          <mxGeometry height="25" width="145" x="5" y="5" as="geometry" />
        </mxCell>
        <mxCell id="y9GF8haSMmf8SIC3IKub-75" connectable="0" parent="1" style="group;fontFamily=Inter;fontSource=https%3A%2F%2Ffonts.googleapis.com%2Fcss%3Ffamily%3DInter;" value="" vertex="1">
          <mxGeometry height="50" width="150" x="200" y="160" as="geometry" />
        </mxCell>
        <mxCell id="y9GF8haSMmf8SIC3IKub-7" parent="y9GF8haSMmf8SIC3IKub-75" style="rounded=0;whiteSpace=wrap;html=1;fontFamily=Inter;fontSource=https%3A%2F%2Ffonts.googleapis.com%2Fcss%3Ffamily%3DInter;fillColor=#dae8fc;strokeColor=#6c8ebf;" value="" vertex="1">
          <mxGeometry height="45" width="145" as="geometry" />
        </mxCell>
        <mxCell id="y9GF8haSMmf8SIC3IKub-4" parent="y9GF8haSMmf8SIC3IKub-75" style="rounded=0;whiteSpace=wrap;html=1;fontFamily=Inter;fontSource=https%3A%2F%2Ffonts.googleapis.com%2Fcss%3Ffamily%3DInter;fillColor=#dae8fc;strokeColor=#6c8ebf;" value="&lt;div&gt;Ibex RISC-V core&lt;/div&gt;&lt;div&gt;(RV32IMCB)&lt;/div&gt;&lt;div&gt;(optional DCLS)&lt;/div&gt;" vertex="1">
          <mxGeometry height="45" width="145" x="5" y="5" as="geometry" />
        </mxCell>
        <mxCell id="y9GF8haSMmf8SIC3IKub-76" edge="1" parent="1" style="endArrow=block;startArrow=block;html=1;rounded=1;strokeColor=default;align=center;verticalAlign=middle;fontFamily=Inter;fontSize=11;fontColor=default;labelBackgroundColor=default;startSize=3;endSize=3;startFill=1;endFill=1;fontSource=https%3A%2F%2Ffonts.googleapis.com%2Fcss%3Ffamily%3DInter;" value="">
          <mxGeometry height="50" relative="1" width="50" as="geometry">
            <mxPoint x="450" y="524.8399999999999" as="sourcePoint" />
            <mxPoint x="650" y="524.8399999999999" as="targetPoint" />
          </mxGeometry>
        </mxCell>
        <mxCell id="y9GF8haSMmf8SIC3IKub-88" edge="1" parent="1" style="endArrow=block;startArrow=block;html=1;rounded=1;strokeColor=default;align=center;verticalAlign=middle;fontFamily=Inter;fontSize=11;fontColor=default;labelBackgroundColor=default;startSize=3;endSize=3;startFill=1;endFill=1;entryX=0;entryY=0.545;entryDx=0;entryDy=0;entryPerimeter=0;fontSource=https%3A%2F%2Ffonts.googleapis.com%2Fcss%3Ffamily%3DInter;" value="">
          <mxGeometry height="50" relative="1" width="50" as="geometry">
            <mxPoint x="350" y="500" as="sourcePoint" />
            <mxPoint x="370" y="500" as="targetPoint" />
          </mxGeometry>
        </mxCell>
        <mxCell id="y9GF8haSMmf8SIC3IKub-89" edge="1" parent="1" style="endArrow=block;startArrow=block;html=1;rounded=1;strokeColor=default;align=center;verticalAlign=middle;fontFamily=Inter;fontSize=11;fontColor=default;labelBackgroundColor=default;startSize=3;endSize=3;startFill=1;endFill=1;entryX=0;entryY=0.545;entryDx=0;entryDy=0;entryPerimeter=0;fontSource=https%3A%2F%2Ffonts.googleapis.com%2Fcss%3Ffamily%3DInter;" value="">
          <mxGeometry height="50" relative="1" width="50" as="geometry">
            <mxPoint x="350" y="455" as="sourcePoint" />
            <mxPoint x="370" y="455" as="targetPoint" />
          </mxGeometry>
        </mxCell>
        <mxCell id="y9GF8haSMmf8SIC3IKub-91" edge="1" parent="1" style="endArrow=block;startArrow=block;html=1;rounded=1;strokeColor=default;align=center;verticalAlign=middle;fontFamily=Inter;fontSize=11;fontColor=default;labelBackgroundColor=default;startSize=3;endSize=3;startFill=1;endFill=1;entryX=0;entryY=0.545;entryDx=0;entryDy=0;entryPerimeter=0;fontSource=https%3A%2F%2Ffonts.googleapis.com%2Fcss%3Ffamily%3DInter;" value="">
          <mxGeometry height="50" relative="1" width="50" as="geometry">
            <mxPoint x="350" y="415" as="sourcePoint" />
            <mxPoint x="370" y="415" as="targetPoint" />
          </mxGeometry>
        </mxCell>
        <mxCell id="y9GF8haSMmf8SIC3IKub-92" edge="1" parent="1" style="endArrow=block;startArrow=block;html=1;rounded=1;strokeColor=default;align=center;verticalAlign=middle;fontFamily=Inter;fontSize=11;fontColor=default;labelBackgroundColor=default;startSize=3;endSize=3;startFill=1;endFill=1;entryX=0;entryY=0.545;entryDx=0;entryDy=0;entryPerimeter=0;fontSource=https%3A%2F%2Ffonts.googleapis.com%2Fcss%3Ffamily%3DInter;" value="">
          <mxGeometry height="50" relative="1" width="50" as="geometry">
            <mxPoint x="350" y="374.91" as="sourcePoint" />
            <mxPoint x="370" y="374.91" as="targetPoint" />
          </mxGeometry>
        </mxCell>
        <mxCell id="y9GF8haSMmf8SIC3IKub-93" edge="1" parent="1" style="endArrow=block;startArrow=block;html=1;rounded=1;strokeColor=default;align=center;verticalAlign=middle;fontFamily=Inter;fontSize=11;fontColor=default;labelBackgroundColor=default;startSize=3;endSize=3;startFill=1;endFill=1;entryX=0;entryY=0.545;entryDx=0;entryDy=0;entryPerimeter=0;fontSource=https%3A%2F%2Ffonts.googleapis.com%2Fcss%3Ffamily%3DInter;" value="">
          <mxGeometry height="50" relative="1" width="50" as="geometry">
            <mxPoint x="350" y="335" as="sourcePoint" />
            <mxPoint x="370" y="335" as="targetPoint" />
          </mxGeometry>
        </mxCell>
        <mxCell id="y9GF8haSMmf8SIC3IKub-94" edge="1" parent="1" style="endArrow=block;startArrow=block;html=1;rounded=1;strokeColor=default;align=center;verticalAlign=middle;fontFamily=Inter;fontSize=11;fontColor=default;labelBackgroundColor=default;startSize=3;endSize=3;startFill=1;endFill=1;entryX=0;entryY=0.545;entryDx=0;entryDy=0;entryPerimeter=0;fontSource=https%3A%2F%2Ffonts.googleapis.com%2Fcss%3Ffamily%3DInter;" value="">
          <mxGeometry height="50" relative="1" width="50" as="geometry">
            <mxPoint x="350" y="295" as="sourcePoint" />
            <mxPoint x="370" y="295" as="targetPoint" />
          </mxGeometry>
        </mxCell>
        <mxCell id="y9GF8haSMmf8SIC3IKub-95" edge="1" parent="1" style="endArrow=block;startArrow=block;html=1;rounded=1;strokeColor=default;align=center;verticalAlign=middle;fontFamily=Inter;fontSize=11;fontColor=default;labelBackgroundColor=default;startSize=3;endSize=3;startFill=1;endFill=1;entryX=0;entryY=0.545;entryDx=0;entryDy=0;entryPerimeter=0;fontSource=https%3A%2F%2Ffonts.googleapis.com%2Fcss%3Ffamily%3DInter;" value="">
          <mxGeometry height="50" relative="1" width="50" as="geometry">
            <mxPoint x="350" y="375" as="sourcePoint" />
            <mxPoint x="370" y="375" as="targetPoint" />
          </mxGeometry>
        </mxCell>
        <mxCell id="y9GF8haSMmf8SIC3IKub-97" edge="1" parent="1" style="endArrow=block;startArrow=block;html=1;rounded=1;strokeColor=default;align=center;verticalAlign=middle;fontFamily=Inter;fontSize=11;fontColor=default;labelBackgroundColor=default;startSize=3;endSize=3;startFill=1;endFill=1;entryX=0;entryY=0.545;entryDx=0;entryDy=0;entryPerimeter=0;fontSource=https%3A%2F%2Ffonts.googleapis.com%2Fcss%3Ffamily%3DInter;" value="">
          <mxGeometry height="50" relative="1" width="50" as="geometry">
            <mxPoint x="350" y="245" as="sourcePoint" />
            <mxPoint x="370" y="245" as="targetPoint" />
          </mxGeometry>
        </mxCell>
        <mxCell id="y9GF8haSMmf8SIC3IKub-98" edge="1" parent="1" style="endArrow=block;startArrow=block;html=1;rounded=1;strokeColor=default;align=center;verticalAlign=middle;fontFamily=Inter;fontSize=11;fontColor=default;labelBackgroundColor=default;startSize=3;endSize=3;startFill=1;endFill=1;entryX=0;entryY=0.545;entryDx=0;entryDy=0;entryPerimeter=0;fontSource=https%3A%2F%2Ffonts.googleapis.com%2Fcss%3Ffamily%3DInter;" value="">
          <mxGeometry height="50" relative="1" width="50" as="geometry">
            <mxPoint x="350" y="185" as="sourcePoint" />
            <mxPoint x="370" y="185" as="targetPoint" />
          </mxGeometry>
        </mxCell>
        <mxCell id="y9GF8haSMmf8SIC3IKub-101" edge="1" parent="1" style="endArrow=block;startArrow=block;html=1;rounded=1;strokeColor=default;align=center;verticalAlign=middle;fontFamily=Inter;fontSize=11;fontColor=default;labelBackgroundColor=default;startSize=3;endSize=3;startFill=1;endFill=1;entryX=0;entryY=0.545;entryDx=0;entryDy=0;entryPerimeter=0;fontSource=https%3A%2F%2Ffonts.googleapis.com%2Fcss%3Ffamily%3DInter;" value="">
          <mxGeometry height="50" relative="1" width="50" as="geometry">
            <mxPoint x="450" y="175" as="sourcePoint" />
            <mxPoint x="470" y="175" as="targetPoint" />
          </mxGeometry>
        </mxCell>
        <mxCell id="y9GF8haSMmf8SIC3IKub-102" edge="1" parent="1" style="endArrow=block;startArrow=block;html=1;rounded=1;strokeColor=default;align=center;verticalAlign=middle;fontFamily=Inter;fontSize=11;fontColor=default;labelBackgroundColor=default;startSize=3;endSize=3;startFill=1;endFill=1;entryX=0;entryY=0.545;entryDx=0;entryDy=0;entryPerimeter=0;fontSource=https%3A%2F%2Ffonts.googleapis.com%2Fcss%3Ffamily%3DInter;" value="">
          <mxGeometry height="50" relative="1" width="50" as="geometry">
            <mxPoint x="450" y="215" as="sourcePoint" />
            <mxPoint x="470" y="215" as="targetPoint" />
          </mxGeometry>
        </mxCell>
        <mxCell id="y9GF8haSMmf8SIC3IKub-103" edge="1" parent="1" style="endArrow=block;startArrow=block;html=1;rounded=1;strokeColor=default;align=center;verticalAlign=middle;fontFamily=Inter;fontSize=11;fontColor=default;labelBackgroundColor=default;startSize=3;endSize=3;startFill=1;endFill=1;entryX=0;entryY=0.545;entryDx=0;entryDy=0;entryPerimeter=0;fontSource=https%3A%2F%2Ffonts.googleapis.com%2Fcss%3Ffamily%3DInter;" value="">
          <mxGeometry height="50" relative="1" width="50" as="geometry">
            <mxPoint x="450" y="255" as="sourcePoint" />
            <mxPoint x="470" y="255" as="targetPoint" />
          </mxGeometry>
        </mxCell>
        <mxCell id="y9GF8haSMmf8SIC3IKub-104" edge="1" parent="1" style="endArrow=block;startArrow=block;html=1;rounded=1;strokeColor=default;align=center;verticalAlign=middle;fontFamily=Inter;fontSize=11;fontColor=default;labelBackgroundColor=default;startSize=3;endSize=3;startFill=1;endFill=1;entryX=0;entryY=0.545;entryDx=0;entryDy=0;entryPerimeter=0;fontSource=https%3A%2F%2Ffonts.googleapis.com%2Fcss%3Ffamily%3DInter;" value="">
          <mxGeometry height="50" relative="1" width="50" as="geometry">
            <mxPoint x="450" y="295" as="sourcePoint" />
            <mxPoint x="470" y="295" as="targetPoint" />
          </mxGeometry>
        </mxCell>
        <mxCell id="y9GF8haSMmf8SIC3IKub-105" edge="1" parent="1" style="endArrow=block;startArrow=block;html=1;rounded=1;strokeColor=default;align=center;verticalAlign=middle;fontFamily=Inter;fontSize=11;fontColor=default;labelBackgroundColor=default;startSize=3;endSize=3;startFill=1;endFill=1;entryX=0;entryY=0.545;entryDx=0;entryDy=0;entryPerimeter=0;fontSource=https%3A%2F%2Ffonts.googleapis.com%2Fcss%3Ffamily%3DInter;" value="">
          <mxGeometry height="50" relative="1" width="50" as="geometry">
            <mxPoint x="450" y="335" as="sourcePoint" />
            <mxPoint x="470" y="335" as="targetPoint" />
          </mxGeometry>
        </mxCell>
        <mxCell id="y9GF8haSMmf8SIC3IKub-106" edge="1" parent="1" style="endArrow=block;startArrow=block;html=1;rounded=1;strokeColor=default;align=center;verticalAlign=middle;fontFamily=Inter;fontSize=11;fontColor=default;labelBackgroundColor=default;startSize=3;endSize=3;startFill=1;endFill=1;entryX=0;entryY=0.545;entryDx=0;entryDy=0;entryPerimeter=0;fontSource=https%3A%2F%2Ffonts.googleapis.com%2Fcss%3Ffamily%3DInter;" value="">
          <mxGeometry height="50" relative="1" width="50" as="geometry">
            <mxPoint x="450" y="375" as="sourcePoint" />
            <mxPoint x="470" y="375" as="targetPoint" />
          </mxGeometry>
        </mxCell>
        <mxCell id="y9GF8haSMmf8SIC3IKub-107" edge="1" parent="1" style="endArrow=block;startArrow=block;html=1;rounded=1;strokeColor=default;align=center;verticalAlign=middle;fontFamily=Inter;fontSize=11;fontColor=default;labelBackgroundColor=default;startSize=3;endSize=3;startFill=1;endFill=1;entryX=0;entryY=0.545;entryDx=0;entryDy=0;entryPerimeter=0;fontSource=https%3A%2F%2Ffonts.googleapis.com%2Fcss%3Ffamily%3DInter;" value="">
          <mxGeometry height="50" relative="1" width="50" as="geometry">
            <mxPoint x="450" y="415" as="sourcePoint" />
            <mxPoint x="470" y="415" as="targetPoint" />
          </mxGeometry>
        </mxCell>
        <mxCell id="y9GF8haSMmf8SIC3IKub-108" edge="1" parent="1" style="endArrow=block;startArrow=block;html=1;rounded=1;strokeColor=default;align=center;verticalAlign=middle;fontFamily=Inter;fontSize=11;fontColor=default;labelBackgroundColor=default;startSize=3;endSize=3;startFill=1;endFill=1;entryX=0;entryY=0.545;entryDx=0;entryDy=0;entryPerimeter=0;fontSource=https%3A%2F%2Ffonts.googleapis.com%2Fcss%3Ffamily%3DInter;" value="">
          <mxGeometry height="50" relative="1" width="50" as="geometry">
            <mxPoint x="450" y="455" as="sourcePoint" />
            <mxPoint x="470" y="455" as="targetPoint" />
          </mxGeometry>
        </mxCell>
        <mxCell id="y9GF8haSMmf8SIC3IKub-109" edge="1" parent="1" style="endArrow=block;startArrow=block;html=1;rounded=1;strokeColor=default;align=center;verticalAlign=middle;fontFamily=Inter;fontSize=11;fontColor=default;labelBackgroundColor=default;startSize=3;endSize=3;startFill=1;endFill=1;entryX=0;entryY=0.545;entryDx=0;entryDy=0;entryPerimeter=0;fontSource=https%3A%2F%2Ffonts.googleapis.com%2Fcss%3Ffamily%3DInter;" value="">
          <mxGeometry height="50" relative="1" width="50" as="geometry">
            <mxPoint x="450" y="495" as="sourcePoint" />
            <mxPoint x="470" y="495" as="targetPoint" />
          </mxGeometry>
        </mxCell>
        <mxCell id="y9GF8haSMmf8SIC3IKub-111" edge="1" parent="1" style="endArrow=block;startArrow=block;html=1;rounded=1;strokeColor=default;align=center;verticalAlign=middle;fontFamily=Inter;fontSize=11;fontColor=default;labelBackgroundColor=default;startSize=3;endSize=3;startFill=1;endFill=1;entryX=0;entryY=0.545;entryDx=0;entryDy=0;entryPerimeter=0;fontSource=https%3A%2F%2Ffonts.googleapis.com%2Fcss%3Ffamily%3DInter;" value="">
          <mxGeometry height="50" relative="1" width="50" as="geometry">
            <mxPoint x="730" y="215" as="sourcePoint" />
            <mxPoint x="750" y="215" as="targetPoint" />
          </mxGeometry>
        </mxCell>
        <mxCell id="y9GF8haSMmf8SIC3IKub-112" edge="1" parent="1" style="endArrow=block;startArrow=block;html=1;rounded=1;strokeColor=default;align=center;verticalAlign=middle;fontFamily=Inter;fontSize=11;fontColor=default;labelBackgroundColor=default;startSize=3;endSize=3;startFill=1;endFill=1;entryX=0;entryY=0.545;entryDx=0;entryDy=0;entryPerimeter=0;fontSource=https%3A%2F%2Ffonts.googleapis.com%2Fcss%3Ffamily%3DInter;" value="">
          <mxGeometry height="50" relative="1" width="50" as="geometry">
            <mxPoint x="730" y="175" as="sourcePoint" />
            <mxPoint x="750" y="175" as="targetPoint" />
          </mxGeometry>
        </mxCell>
        <mxCell id="y9GF8haSMmf8SIC3IKub-113" edge="1" parent="1" style="endArrow=block;startArrow=block;html=1;rounded=1;strokeColor=default;align=center;verticalAlign=middle;fontFamily=Inter;fontSize=11;fontColor=default;labelBackgroundColor=default;startSize=3;endSize=3;startFill=1;endFill=1;entryX=0;entryY=0.545;entryDx=0;entryDy=0;entryPerimeter=0;fontSource=https%3A%2F%2Ffonts.googleapis.com%2Fcss%3Ffamily%3DInter;" value="">
          <mxGeometry height="50" relative="1" width="50" as="geometry">
            <mxPoint x="730" y="255" as="sourcePoint" />
            <mxPoint x="750" y="255" as="targetPoint" />
          </mxGeometry>
        </mxCell>
        <mxCell id="y9GF8haSMmf8SIC3IKub-114" edge="1" parent="1" style="endArrow=block;startArrow=block;html=1;rounded=1;strokeColor=default;align=center;verticalAlign=middle;fontFamily=Inter;fontSize=11;fontColor=default;labelBackgroundColor=default;startSize=3;endSize=3;startFill=1;endFill=1;entryX=0;entryY=0.545;entryDx=0;entryDy=0;entryPerimeter=0;fontSource=https%3A%2F%2Ffonts.googleapis.com%2Fcss%3Ffamily%3DInter;" value="">
          <mxGeometry height="50" relative="1" width="50" as="geometry">
            <mxPoint x="730" y="295" as="sourcePoint" />
            <mxPoint x="750" y="295" as="targetPoint" />
          </mxGeometry>
        </mxCell>
        <mxCell id="y9GF8haSMmf8SIC3IKub-115" edge="1" parent="1" style="endArrow=block;startArrow=block;html=1;rounded=1;strokeColor=default;align=center;verticalAlign=middle;fontFamily=Inter;fontSize=11;fontColor=default;labelBackgroundColor=default;startSize=3;endSize=3;startFill=1;endFill=1;entryX=0;entryY=0.545;entryDx=0;entryDy=0;entryPerimeter=0;fontSource=https%3A%2F%2Ffonts.googleapis.com%2Fcss%3Ffamily%3DInter;" value="">
          <mxGeometry height="50" relative="1" width="50" as="geometry">
            <mxPoint x="730" y="335" as="sourcePoint" />
            <mxPoint x="750" y="335" as="targetPoint" />
          </mxGeometry>
        </mxCell>
        <mxCell id="y9GF8haSMmf8SIC3IKub-116" edge="1" parent="1" style="endArrow=block;startArrow=block;html=1;rounded=1;strokeColor=default;align=center;verticalAlign=middle;fontFamily=Inter;fontSize=11;fontColor=default;labelBackgroundColor=default;startSize=3;endSize=3;startFill=1;endFill=1;entryX=0;entryY=0.545;entryDx=0;entryDy=0;entryPerimeter=0;fontSource=https%3A%2F%2Ffonts.googleapis.com%2Fcss%3Ffamily%3DInter;" value="">
          <mxGeometry height="50" relative="1" width="50" as="geometry">
            <mxPoint x="730" y="375" as="sourcePoint" />
            <mxPoint x="750" y="375" as="targetPoint" />
          </mxGeometry>
        </mxCell>
        <mxCell id="y9GF8haSMmf8SIC3IKub-117" edge="1" parent="1" style="endArrow=block;startArrow=block;html=1;rounded=1;strokeColor=default;align=center;verticalAlign=middle;fontFamily=Inter;fontSize=11;fontColor=default;labelBackgroundColor=default;startSize=3;endSize=3;startFill=1;endFill=1;entryX=0;entryY=0.545;entryDx=0;entryDy=0;entryPerimeter=0;fontSource=https%3A%2F%2Ffonts.googleapis.com%2Fcss%3Ffamily%3DInter;" value="">
          <mxGeometry height="50" relative="1" width="50" as="geometry">
            <mxPoint x="730" y="415" as="sourcePoint" />
            <mxPoint x="750" y="415" as="targetPoint" />
          </mxGeometry>
        </mxCell>
        <mxCell id="y9GF8haSMmf8SIC3IKub-118" edge="1" parent="1" style="endArrow=block;startArrow=block;html=1;rounded=1;strokeColor=default;align=center;verticalAlign=middle;fontFamily=Inter;fontSize=11;fontColor=default;labelBackgroundColor=default;startSize=3;endSize=3;startFill=1;endFill=1;entryX=0;entryY=0.545;entryDx=0;entryDy=0;entryPerimeter=0;fontSource=https%3A%2F%2Ffonts.googleapis.com%2Fcss%3Ffamily%3DInter;" value="">
          <mxGeometry height="50" relative="1" width="50" as="geometry">
            <mxPoint x="730" y="455" as="sourcePoint" />
            <mxPoint x="750" y="455" as="targetPoint" />
          </mxGeometry>
        </mxCell>
        <mxCell id="y9GF8haSMmf8SIC3IKub-119" edge="1" parent="1" style="endArrow=block;startArrow=block;html=1;rounded=1;strokeColor=default;align=center;verticalAlign=middle;fontFamily=Inter;fontSize=11;fontColor=default;labelBackgroundColor=default;startSize=3;endSize=3;startFill=1;endFill=1;entryX=0;entryY=0.545;entryDx=0;entryDy=0;entryPerimeter=0;fontSource=https%3A%2F%2Ffonts.googleapis.com%2Fcss%3Ffamily%3DInter;" value="">
          <mxGeometry height="50" relative="1" width="50" as="geometry">
            <mxPoint x="730" y="555" as="sourcePoint" />
            <mxPoint x="750" y="555" as="targetPoint" />
          </mxGeometry>
        </mxCell>
        <mxCell id="y9GF8haSMmf8SIC3IKub-120" edge="1" parent="1" style="endArrow=block;startArrow=block;html=1;rounded=1;strokeColor=default;align=center;verticalAlign=middle;fontFamily=Inter;fontSize=11;fontColor=default;labelBackgroundColor=default;startSize=3;endSize=3;startFill=1;endFill=1;entryX=0;entryY=0.545;entryDx=0;entryDy=0;entryPerimeter=0;fontSource=https%3A%2F%2Ffonts.googleapis.com%2Fcss%3Ffamily%3DInter;" value="">
          <mxGeometry height="50" relative="1" width="50" as="geometry">
            <mxPoint x="730" y="515" as="sourcePoint" />
            <mxPoint x="750" y="515" as="targetPoint" />
          </mxGeometry>
        </mxCell>
        <mxCell id="y9GF8haSMmf8SIC3IKub-121" edge="1" parent="1" style="endArrow=block;startArrow=block;html=1;rounded=1;strokeColor=default;align=center;verticalAlign=middle;fontFamily=Inter;fontSize=11;fontColor=default;labelBackgroundColor=default;startSize=3;endSize=3;startFill=1;endFill=1;entryX=0;entryY=0.545;entryDx=0;entryDy=0;entryPerimeter=0;fontSource=https%3A%2F%2Ffonts.googleapis.com%2Fcss%3Ffamily%3DInter;" value="">
          <mxGeometry height="50" relative="1" width="50" as="geometry">
            <mxPoint x="730" y="595" as="sourcePoint" />
            <mxPoint x="750" y="595" as="targetPoint" />
          </mxGeometry>
        </mxCell>
        <mxCell id="y9GF8haSMmf8SIC3IKub-122" edge="1" parent="1" style="endArrow=block;startArrow=block;html=1;rounded=1;strokeColor=default;align=center;verticalAlign=middle;fontFamily=Inter;fontSize=11;fontColor=default;labelBackgroundColor=default;startSize=3;endSize=3;startFill=1;endFill=1;entryX=0;entryY=0.545;entryDx=0;entryDy=0;entryPerimeter=0;fontSource=https%3A%2F%2Ffonts.googleapis.com%2Fcss%3Ffamily%3DInter;" value="">
          <mxGeometry height="50" relative="1" width="50" as="geometry">
            <mxPoint x="730" y="635" as="sourcePoint" />
            <mxPoint x="750" y="635" as="targetPoint" />
          </mxGeometry>
        </mxCell>
        <mxCell id="y9GF8haSMmf8SIC3IKub-123" edge="1" parent="1" style="endArrow=block;startArrow=block;html=1;rounded=1;strokeColor=default;align=center;verticalAlign=middle;fontFamily=Inter;fontSize=11;fontColor=default;labelBackgroundColor=default;startSize=3;endSize=3;startFill=1;endFill=1;entryX=0;entryY=0.545;entryDx=0;entryDy=0;entryPerimeter=0;fontSource=https%3A%2F%2Ffonts.googleapis.com%2Fcss%3Ffamily%3DInter;" value="">
          <mxGeometry height="50" relative="1" width="50" as="geometry">
            <mxPoint x="730" y="675" as="sourcePoint" />
            <mxPoint x="750" y="675" as="targetPoint" />
          </mxGeometry>
        </mxCell>
        <mxCell id="y9GF8haSMmf8SIC3IKub-125" edge="1" parent="1" style="endArrow=block;startArrow=block;html=1;rounded=1;strokeColor=default;align=center;verticalAlign=middle;fontFamily=Inter;fontSize=11;fontColor=default;labelBackgroundColor=default;startSize=3;endSize=3;startFill=1;endFill=1;entryX=0;entryY=0.545;entryDx=0;entryDy=0;entryPerimeter=0;fontSource=https%3A%2F%2Ffonts.googleapis.com%2Fcss%3Ffamily%3DInter;" value="">
          <mxGeometry height="50" relative="1" width="50" as="geometry">
            <mxPoint x="630" y="675" as="sourcePoint" />
            <mxPoint x="650" y="675" as="targetPoint" />
          </mxGeometry>
        </mxCell>
        <mxCell id="y9GF8haSMmf8SIC3IKub-126" edge="1" parent="1" style="endArrow=block;startArrow=block;html=1;rounded=1;strokeColor=default;align=center;verticalAlign=middle;fontFamily=Inter;fontSize=11;fontColor=default;labelBackgroundColor=default;startSize=3;endSize=3;startFill=1;endFill=1;entryX=0;entryY=0.545;entryDx=0;entryDy=0;entryPerimeter=0;fontSource=https%3A%2F%2Ffonts.googleapis.com%2Fcss%3Ffamily%3DInter;" value="">
          <mxGeometry height="50" relative="1" width="50" as="geometry">
            <mxPoint x="630" y="595" as="sourcePoint" />
            <mxPoint x="650" y="595" as="targetPoint" />
          </mxGeometry>
        </mxCell>
        <mxCell id="y9GF8haSMmf8SIC3IKub-127" edge="1" parent="1" style="endArrow=block;startArrow=block;html=1;rounded=1;strokeColor=default;align=center;verticalAlign=middle;fontFamily=Inter;fontSize=11;fontColor=default;labelBackgroundColor=default;startSize=3;endSize=3;startFill=1;endFill=1;entryX=0;entryY=0.545;entryDx=0;entryDy=0;entryPerimeter=0;fontSource=https%3A%2F%2Ffonts.googleapis.com%2Fcss%3Ffamily%3DInter;" value="">
          <mxGeometry height="50" relative="1" width="50" as="geometry">
            <mxPoint x="630" y="555" as="sourcePoint" />
            <mxPoint x="650" y="555" as="targetPoint" />
          </mxGeometry>
        </mxCell>
        <mxCell id="y9GF8haSMmf8SIC3IKub-129" edge="1" parent="1" style="edgeStyle=none;shape=connector;rounded=1;orthogonalLoop=1;jettySize=auto;html=1;entryX=0.133;entryY=1;entryDx=0;entryDy=0;entryPerimeter=0;strokeColor=default;align=center;verticalAlign=middle;fontFamily=Inter;fontSize=11;fontColor=default;labelBackgroundColor=default;startArrow=block;startFill=1;startSize=3;endArrow=block;endFill=1;endSize=3;fontSource=https%3A%2F%2Ffonts.googleapis.com%2Fcss%3Ffamily%3DInter;">
          <mxGeometry relative="1" as="geometry">
            <mxPoint x="275" y="485" as="sourcePoint" />
            <mxPoint x="275" y="470" as="targetPoint" />
          </mxGeometry>
        </mxCell>
        <mxCell id="y9GF8haSMmf8SIC3IKub-130" edge="1" parent="1" style="edgeStyle=none;shape=connector;rounded=1;orthogonalLoop=1;jettySize=auto;html=1;entryX=0.133;entryY=1;entryDx=0;entryDy=0;entryPerimeter=0;strokeColor=default;align=center;verticalAlign=middle;fontFamily=Inter;fontSize=11;fontColor=default;labelBackgroundColor=default;startArrow=block;startFill=1;startSize=3;endArrow=none;endFill=0;endSize=3;fontSource=https%3A%2F%2Ffonts.googleapis.com%2Fcss%3Ffamily%3DInter;">
          <mxGeometry relative="1" as="geometry">
            <mxPoint x="275" y="530" as="sourcePoint" />
            <mxPoint x="275" y="515" as="targetPoint" />
          </mxGeometry>
        </mxCell>
        <mxCell id="y9GF8haSMmf8SIC3IKub-134" connectable="0" parent="1" style="group;fillColor=#dae8fc;strokeColor=#6c8ebf;fontFamily=Inter;fontSource=https%3A%2F%2Ffonts.googleapis.com%2Fcss%3Ffamily%3DInter;" value="" vertex="1">
          <mxGeometry height="530" width="80" x="370" y="160" as="geometry" />
        </mxCell>
        <mxCell id="y9GF8haSMmf8SIC3IKub-37" parent="y9GF8haSMmf8SIC3IKub-134" style="rounded=0;whiteSpace=wrap;html=1;fontFamily=Inter;fontSource=https%3A%2F%2Ffonts.googleapis.com%2Fcss%3Ffamily%3DInter;fillColor=#dae8fc;strokeColor=#6c8ebf;" value="" vertex="1">
          <mxGeometry height="530" width="80" as="geometry" />
        </mxCell>
        <mxCell id="y9GF8haSMmf8SIC3IKub-131" edge="1" parent="y9GF8haSMmf8SIC3IKub-134" style="endArrow=none;html=1;rounded=1;strokeColor=default;align=center;verticalAlign=middle;fontFamily=Inter;fontSize=11;fontColor=default;labelBackgroundColor=default;startSize=3;endSize=3;fontSource=https%3A%2F%2Ffonts.googleapis.com%2Fcss%3Ffamily%3DInter;" value="">
          <mxGeometry height="50" relative="1" width="50" as="geometry">
            <mxPoint x="10" y="520" as="sourcePoint" />
            <mxPoint x="70" y="10" as="targetPoint" />
          </mxGeometry>
        </mxCell>
        <mxCell id="y9GF8haSMmf8SIC3IKub-132" edge="1" parent="y9GF8haSMmf8SIC3IKub-134" style="endArrow=none;html=1;rounded=1;strokeColor=default;align=center;verticalAlign=middle;fontFamily=Inter;fontSize=11;fontColor=default;labelBackgroundColor=default;startSize=3;endSize=3;fontSource=https%3A%2F%2Ffonts.googleapis.com%2Fcss%3Ffamily%3DInter;" value="">
          <mxGeometry height="50" relative="1" width="50" as="geometry">
            <mxPoint x="70" y="520" as="sourcePoint" />
            <mxPoint x="10" y="10" as="targetPoint" />
          </mxGeometry>
        </mxCell>
        <mxCell id="y9GF8haSMmf8SIC3IKub-133" parent="y9GF8haSMmf8SIC3IKub-134" style="text;html=1;whiteSpace=wrap;strokeColor=none;fillColor=#DAE8FC;align=center;verticalAlign=middle;rounded=0;fontFamily=Inter;fontSize=12;fontColor=default;labelBackgroundColor=none;spacingBottom=0;fontSource=https%3A%2F%2Ffonts.googleapis.com%2Fcss%3Ffamily%3DInter;spacing=3;" value="Main crossbar" vertex="1">
          <mxGeometry height="35" width="60" x="10" y="252" as="geometry" />
        </mxCell>
        <mxCell id="y9GF8haSMmf8SIC3IKub-140" edge="1" parent="1" source="y9GF8haSMmf8SIC3IKub-142" style="endArrow=none;html=1;rounded=1;strokeColor=default;align=center;verticalAlign=middle;fontFamily=Inter;fontSize=11;fontColor=default;labelBackgroundColor=default;startSize=3;endSize=3;fontSource=https%3A%2F%2Ffonts.googleapis.com%2Fcss%3Ffamily%3DInter;" value="">
          <mxGeometry height="50" relative="1" width="50" as="geometry">
            <mxPoint x="230" y="680" as="sourcePoint" />
            <mxPoint x="210" y="590" as="targetPoint" />
          </mxGeometry>
        </mxCell>
        <mxCell id="y9GF8haSMmf8SIC3IKub-141" edge="1" parent="1" style="endArrow=none;html=1;rounded=1;strokeColor=default;align=center;verticalAlign=middle;fontFamily=Inter;fontSize=11;fontColor=default;labelBackgroundColor=default;startSize=3;endSize=3;fontSource=https%3A%2F%2Ffonts.googleapis.com%2Fcss%3Ffamily%3DInter;" value="">
          <mxGeometry height="50" relative="1" width="50" as="geometry">
            <mxPoint x="210" y="680" as="sourcePoint" />
            <mxPoint x="230" y="590" as="targetPoint" />
          </mxGeometry>
        </mxCell>
        <mxCell id="y9GF8haSMmf8SIC3IKub-143" edge="1" parent="1" style="endArrow=none;html=1;rounded=1;strokeColor=default;align=center;verticalAlign=middle;fontFamily=Inter;fontSize=11;fontColor=default;labelBackgroundColor=default;startSize=3;endSize=3;fontSource=https%3A%2F%2Ffonts.googleapis.com%2Fcss%3Ffamily%3DInter;" target="y9GF8haSMmf8SIC3IKub-142" value="">
          <mxGeometry height="50" relative="1" width="50" as="geometry">
            <mxPoint x="230" y="680" as="sourcePoint" />
            <mxPoint x="210" y="590" as="targetPoint" />
          </mxGeometry>
        </mxCell>
        <mxCell id="y9GF8haSMmf8SIC3IKub-142" parent="1" style="text;html=1;whiteSpace=wrap;strokeColor=none;fillColor=#DAE8FC;align=center;verticalAlign=middle;rounded=0;fontFamily=Inter;fontSize=12;labelBackgroundColor=none;fontSource=https%3A%2F%2Ffonts.googleapis.com%2Fcss%3Ffamily%3DInter;" value="Mbx xbar" vertex="1">
          <mxGeometry height="30" width="30" x="205" y="620" as="geometry" />
        </mxCell>
        <mxCell id="y9GF8haSMmf8SIC3IKub-160" edge="1" parent="1" source="y9GF8haSMmf8SIC3IKub-146" style="edgeStyle=orthogonalEdgeStyle;shape=connector;rounded=0;orthogonalLoop=1;jettySize=auto;html=1;strokeColor=default;align=center;verticalAlign=middle;fontFamily=Inter;fontSize=11;fontColor=default;labelBackgroundColor=default;startArrow=block;startFill=1;startSize=3;endArrow=block;endFill=1;endSize=3;exitX=0;exitY=0.25;exitDx=0;exitDy=0;fontSource=https%3A%2F%2Ffonts.googleapis.com%2Fcss%3Ffamily%3DInter;">
          <mxGeometry relative="1" as="geometry">
            <Array as="points">
              <mxPoint x="170" y="733" />
              <mxPoint x="170" y="500" />
            </Array>
            <mxPoint x="200" y="500" as="targetPoint" />
          </mxGeometry>
        </mxCell>
        <mxCell id="y9GF8haSMmf8SIC3IKub-146" parent="1" style="whiteSpace=wrap;html=1;container=0;dropTarget=0;portConstraint=none;fontFamily=Inter;fontSource=https%3A%2F%2Ffonts.googleapis.com%2Fcss%3Ffamily%3DInter;spacing=2;groupPadding=0;rounded=0;perimeterSpacing=0;perimeter=rectanglePerimeter;fillColor=#dae8fc;strokeColor=#6c8ebf;" value="" vertex="1">
          <mxGeometry height="50" width="150" x="200" y="720" as="geometry" />
        </mxCell>
        <mxCell id="y9GF8haSMmf8SIC3IKub-148" edge="1" parent="1" style="endArrow=none;html=1;rounded=1;strokeColor=default;align=center;verticalAlign=middle;fontFamily=Inter;fontSize=11;fontColor=default;labelBackgroundColor=default;startSize=3;endSize=3;fontSource=https%3A%2F%2Ffonts.googleapis.com%2Fcss%3Ffamily%3DInter;" value="">
          <mxGeometry height="50" relative="1" width="50" as="geometry">
            <mxPoint x="210" y="760" as="sourcePoint" />
            <mxPoint x="340" y="730" as="targetPoint" />
          </mxGeometry>
        </mxCell>
        <mxCell id="y9GF8haSMmf8SIC3IKub-149" edge="1" parent="1" style="endArrow=none;html=1;rounded=1;strokeColor=default;align=center;verticalAlign=middle;fontFamily=Inter;fontSize=11;fontColor=default;labelBackgroundColor=default;startSize=3;endSize=3;fontSource=https%3A%2F%2Ffonts.googleapis.com%2Fcss%3Ffamily%3DInter;" value="">
          <mxGeometry height="50" relative="1" width="50" as="geometry">
            <mxPoint x="340" y="760" as="sourcePoint" />
            <mxPoint x="210" y="730" as="targetPoint" />
          </mxGeometry>
        </mxCell>
        <mxCell id="y9GF8haSMmf8SIC3IKub-151" parent="1" style="text;html=1;whiteSpace=wrap;strokeColor=none;fillColor=none;align=center;verticalAlign=middle;rounded=0;fontFamily=Inter;fontSize=12;labelBackgroundColor=#DAE8FC;fontSource=https%3A%2F%2Ffonts.googleapis.com%2Fcss%3Ffamily%3DInter;" value="Control network (CTN) crossbar" vertex="1">
          <mxGeometry height="30" width="95" x="225" y="730" as="geometry" />
        </mxCell>
        <mxCell id="y9GF8haSMmf8SIC3IKub-153" parent="1" style="whiteSpace=wrap;html=1;container=0;dropTarget=0;portConstraint=none;fontFamily=Inter;fontSource=https%3A%2F%2Ffonts.googleapis.com%2Fcss%3Ffamily%3DInter;spacing=2;groupPadding=0;rounded=0;perimeterSpacing=0;perimeter=rectanglePerimeter;fillColor=#d5e8d4;strokeColor=#82b366;" value="CTN SRAM" vertex="1">
          <mxGeometry height="50" width="80" x="370" y="720" as="geometry" />
        </mxCell>
        <mxCell id="y9GF8haSMmf8SIC3IKub-154" edge="1" parent="1" style="endArrow=block;startArrow=block;html=1;rounded=1;strokeColor=default;align=center;verticalAlign=middle;fontFamily=Inter;fontSize=11;fontColor=default;labelBackgroundColor=default;startSize=3;endSize=3;startFill=1;endFill=1;entryX=0;entryY=0.545;entryDx=0;entryDy=0;entryPerimeter=0;fontSource=https%3A%2F%2Ffonts.googleapis.com%2Fcss%3Ffamily%3DInter;" value="">
          <mxGeometry height="50" relative="1" width="50" as="geometry">
            <mxPoint x="350" y="745" as="sourcePoint" />
            <mxPoint x="370" y="745" as="targetPoint" />
          </mxGeometry>
        </mxCell>
        <mxCell id="y9GF8haSMmf8SIC3IKub-156" edge="1" parent="1" style="endArrow=block;startArrow=block;html=1;rounded=1;strokeColor=default;align=center;verticalAlign=middle;fontFamily=Inter;fontSize=11;fontColor=default;labelBackgroundColor=default;startSize=3;endSize=3;startFill=1;endFill=1;entryX=0;entryY=0.545;entryDx=0;entryDy=0;entryPerimeter=0;fontSource=https%3A%2F%2Ffonts.googleapis.com%2Fcss%3Ffamily%3DInter;" value="">
          <mxGeometry height="50" relative="1" width="50" as="geometry">
            <mxPoint x="220" y="690" as="sourcePoint" />
            <mxPoint x="220" y="719.78" as="targetPoint" />
          </mxGeometry>
        </mxCell>
        <mxCell id="y9GF8haSMmf8SIC3IKub-165" edge="1" parent="1" style="edgeStyle=orthogonalEdgeStyle;shape=connector;rounded=0;orthogonalLoop=1;jettySize=auto;html=1;strokeColor=default;align=center;verticalAlign=middle;fontFamily=Inter;fontSize=11;fontColor=default;labelBackgroundColor=default;startArrow=block;startFill=1;startSize=3;endArrow=block;endFill=1;endSize=3;curved=0;fontSource=https%3A%2F%2Ffonts.googleapis.com%2Fcss%3Ffamily%3DInter;" value="">
          <mxGeometry relative="1" as="geometry">
            <mxPoint x="750" y="745" as="sourcePoint" />
            <mxPoint x="690" y="690" as="targetPoint" />
          </mxGeometry>
        </mxCell>
        <mxCell id="y9GF8haSMmf8SIC3IKub-162" parent="1" style="whiteSpace=wrap;html=1;container=0;dropTarget=0;portConstraint=none;fontFamily=Inter;fontSource=https%3A%2F%2Ffonts.googleapis.com%2Fcss%3Ffamily%3DInter;spacing=2;groupPadding=0;rounded=0;perimeterSpacing=0;perimeter=rectanglePerimeter;fillColor=#dae8fc;strokeColor=#6c8ebf;" value="&lt;div&gt;Analog Sensor Top&lt;/div&gt;&lt;div&gt;(AST)&lt;/div&gt;" vertex="1">
          <mxGeometry height="50" width="150" x="750" y="720" as="geometry" />
        </mxCell>
        <mxCell id="y9GF8haSMmf8SIC3IKub-163" edge="1" parent="1" style="endArrow=block;startArrow=block;html=1;rounded=1;strokeColor=default;align=center;verticalAlign=middle;fontFamily=Inter;fontSize=11;fontColor=default;labelBackgroundColor=default;startSize=3;endSize=3;startFill=1;endFill=1;fontSource=https%3A%2F%2Ffonts.googleapis.com%2Fcss%3Ffamily%3DInter;" value="">
          <mxGeometry height="50" relative="1" width="50" as="geometry">
            <mxPoint x="554.81" y="690" as="sourcePoint" />
            <mxPoint x="554.81" y="720" as="targetPoint" />
          </mxGeometry>
        </mxCell>
        <mxCell id="y9GF8haSMmf8SIC3IKub-167" parent="1" style="rounded=0;whiteSpace=wrap;html=1;fontFamily=Inter;fontSize=11;fontColor=#333333;labelBackgroundColor=default;dashed=1;fillColor=#f5f5f5;strokeColor=#666666;fontSource=https%3A%2F%2Ffonts.googleapis.com%2Fcss%3Ffamily%3DInter;" value="" vertex="1">
          <mxGeometry height="235" width="80" x="60" y="485" as="geometry" />
        </mxCell>
        <mxCell id="y9GF8haSMmf8SIC3IKub-168" edge="1" parent="1" style="endArrow=none;dashed=1;html=1;rounded=1;strokeColor=#666666;align=center;verticalAlign=middle;fontFamily=Inter;fontSize=11;fontColor=default;labelBackgroundColor=default;startSize=3;endSize=3;fontSource=https%3A%2F%2Ffonts.googleapis.com%2Fcss%3Ffamily%3DInter;" value="">
          <mxGeometry height="50" relative="1" width="50" as="geometry">
            <mxPoint x="130" y="710" as="sourcePoint" />
            <mxPoint x="70" y="495" as="targetPoint" />
          </mxGeometry>
        </mxCell>
        <mxCell id="y9GF8haSMmf8SIC3IKub-169" edge="1" parent="1" style="endArrow=none;dashed=1;html=1;rounded=1;strokeColor=#666666;align=center;verticalAlign=middle;fontFamily=Inter;fontSize=11;fontColor=default;labelBackgroundColor=default;startSize=3;endSize=3;fontSource=https%3A%2F%2Ffonts.googleapis.com%2Fcss%3Ffamily%3DInter;" value="">
          <mxGeometry height="50" relative="1" width="50" as="geometry">
            <mxPoint x="70" y="710" as="sourcePoint" />
            <mxPoint x="130" y="495" as="targetPoint" />
          </mxGeometry>
        </mxCell>
        <mxCell id="y9GF8haSMmf8SIC3IKub-171" parent="1" style="rounded=0;whiteSpace=wrap;html=1;fontFamily=Inter;fontSize=12;fontColor=#666666;labelBackgroundColor=none;dashed=1;fillColor=#f5f5f5;strokeColor=#666666;fontSource=https%3A%2F%2Ffonts.googleapis.com%2Fcss%3Ffamily%3DInter;" value="Application processor(s)" vertex="1">
          <mxGeometry height="320" width="80" x="60" y="70" as="geometry" />
        </mxCell>
        <mxCell id="y9GF8haSMmf8SIC3IKub-172" edge="1" parent="1" style="edgeStyle=orthogonalEdgeStyle;shape=connector;rounded=0;orthogonalLoop=1;jettySize=auto;html=1;strokeColor=#666666;align=center;verticalAlign=middle;fontFamily=Inter;fontSize=11;fontColor=default;labelBackgroundColor=default;startArrow=block;startFill=1;startSize=3;endArrow=block;endFill=1;endSize=3;curved=0;fontSource=https%3A%2F%2Ffonts.googleapis.com%2Fcss%3Ffamily%3DInter;" value="">
          <mxGeometry relative="1" as="geometry">
            <mxPoint x="200" y="760" as="sourcePoint" />
            <mxPoint x="100" y="720" as="targetPoint" />
          </mxGeometry>
        </mxCell>
        <mxCell id="y9GF8haSMmf8SIC3IKub-173" parent="1" style="text;html=1;whiteSpace=wrap;strokeColor=none;fillColor=none;align=left;verticalAlign=middle;rounded=0;fontFamily=Inter;fontSize=12;fontColor=#666666;labelBackgroundColor=none;fontSource=https%3A%2F%2Ffonts.googleapis.com%2Fcss%3Ffamily%3DInter;" value="&lt;div&gt;CTN&lt;/div&gt;&lt;div&gt;ingress/egress&lt;/div&gt;" vertex="1">
          <mxGeometry height="50" width="93" x="60" y="740" as="geometry" />
        </mxCell>
        <mxCell id="y9GF8haSMmf8SIC3IKub-175" edge="1" parent="1" style="endArrow=none;dashed=1;html=1;rounded=1;strokeColor=#666666;align=center;verticalAlign=middle;fontFamily=Inter;fontSize=11;fontColor=default;labelBackgroundColor=default;startSize=3;endSize=3;fontSource=https%3A%2F%2Ffonts.googleapis.com%2Fcss%3Ffamily%3DInter;" value="">
          <mxGeometry height="50" relative="1" width="50" as="geometry">
            <mxPoint x="130" y="710" as="sourcePoint" />
            <mxPoint x="70" y="495" as="targetPoint" />
          </mxGeometry>
        </mxCell>
        <mxCell id="y9GF8haSMmf8SIC3IKub-170" parent="1" style="text;html=1;whiteSpace=wrap;strokeColor=none;fillColor=#F5F5F5;align=center;verticalAlign=middle;rounded=0;fontFamily=Inter;fontSize=12;fontColor=#666666;labelBackgroundColor=none;fontSource=https%3A%2F%2Ffonts.googleapis.com%2Fcss%3Ffamily%3DInter;" value="System bus" vertex="1">
          <mxGeometry height="20" width="70" x="65" y="592.5" as="geometry" />
        </mxCell>
        <mxCell id="y9GF8haSMmf8SIC3IKub-176" edge="1" parent="1" style="edgeStyle=orthogonalEdgeStyle;shape=connector;rounded=0;orthogonalLoop=1;jettySize=auto;html=1;strokeColor=#666666;align=center;verticalAlign=middle;fontFamily=Inter;fontSize=11;fontColor=default;labelBackgroundColor=default;startArrow=none;startFill=0;startSize=3;endArrow=block;endFill=1;endSize=3;curved=0;fontSource=https%3A%2F%2Ffonts.googleapis.com%2Fcss%3Ffamily%3DInter;" value="">
          <mxGeometry relative="1" as="geometry">
            <mxPoint x="200" y="455" as="sourcePoint" />
            <mxPoint x="125" y="485" as="targetPoint" />
          </mxGeometry>
        </mxCell>
        <mxCell id="y9GF8haSMmf8SIC3IKub-177" parent="1" style="text;html=1;whiteSpace=wrap;strokeColor=none;fillColor=none;align=left;verticalAlign=middle;rounded=0;fontFamily=Inter;fontSize=12;fontColor=#666666;labelBackgroundColor=none;fontSource=https%3A%2F%2Ffonts.googleapis.com%2Fcss%3Ffamily%3DInter;" value="System egress" vertex="1">
          <mxGeometry height="30" width="50" x="110" y="425" as="geometry" />
        </mxCell>
        <mxCell id="y9GF8haSMmf8SIC3IKub-178" edge="1" parent="1" style="endArrow=block;startArrow=block;html=1;rounded=1;strokeColor=#666666;align=center;verticalAlign=middle;fontFamily=Inter;fontSize=11;fontColor=default;labelBackgroundColor=default;startSize=3;endSize=3;startFill=1;endFill=1;fontSource=https%3A%2F%2Ffonts.googleapis.com%2Fcss%3Ffamily%3DInter;" value="">
          <mxGeometry height="50" relative="1" width="50" as="geometry">
            <mxPoint x="75" y="485" as="sourcePoint" />
            <mxPoint x="75" y="390" as="targetPoint" />
          </mxGeometry>
        </mxCell>
        <mxCell id="y9GF8haSMmf8SIC3IKub-136" parent="1" style="rounded=0;whiteSpace=wrap;html=1;fontFamily=Inter;fontSource=https%3A%2F%2Ffonts.googleapis.com%2Fcss%3Ffamily%3DInter;fillColor=#dae8fc;strokeColor=#6c8ebf;" value="" vertex="1">
          <mxGeometry height="530" width="80" x="650" y="160" as="geometry" />
        </mxCell>
        <mxCell id="y9GF8haSMmf8SIC3IKub-137" edge="1" parent="1" style="endArrow=none;html=1;rounded=1;strokeColor=default;align=center;verticalAlign=middle;fontFamily=Inter;fontSize=11;fontColor=default;labelBackgroundColor=default;startSize=3;endSize=3;fontSource=https%3A%2F%2Ffonts.googleapis.com%2Fcss%3Ffamily%3DInter;" value="">
          <mxGeometry height="50" relative="1" width="50" as="geometry">
            <mxPoint x="660" y="680" as="sourcePoint" />
            <mxPoint x="720" y="170" as="targetPoint" />
          </mxGeometry>
        </mxCell>
        <mxCell id="y9GF8haSMmf8SIC3IKub-138" edge="1" parent="1" style="endArrow=none;html=1;rounded=1;strokeColor=default;align=center;verticalAlign=middle;fontFamily=Inter;fontSize=11;fontColor=default;labelBackgroundColor=default;startSize=3;endSize=3;fontSource=https%3A%2F%2Ffonts.googleapis.com%2Fcss%3Ffamily%3DInter;" value="">
          <mxGeometry height="50" relative="1" width="50" as="geometry">
            <mxPoint x="720" y="680" as="sourcePoint" />
            <mxPoint x="660" y="170" as="targetPoint" />
          </mxGeometry>
        </mxCell>
        <mxCell id="y9GF8haSMmf8SIC3IKub-139" parent="1" style="text;html=1;whiteSpace=wrap;strokeColor=none;fillColor=#DAE8FC;align=center;verticalAlign=middle;rounded=0;fontFamily=Inter;fontSize=12;fontColor=default;labelBackgroundColor=none;spacingBottom=0;fontSource=https%3A%2F%2Ffonts.googleapis.com%2Fcss%3Ffamily%3DInter;spacing=3;" value="Peripheral crossbar" vertex="1">
          <mxGeometry height="35" width="60" x="660" y="412.5" as="geometry" />
        </mxCell>
        <mxCell id="y9GF8haSMmf8SIC3IKub-85" parent="1" style="verticalLabelPosition=bottom;verticalAlign=top;html=1;shape=mxgraph.basic.polygon;polyCoords=[[0.57,0.57],[0.57,0],[1,0],[1,1],[0,1],[0,0.57]];polyline=0;fontFamily=Inter;fontSize=11;fontColor=default;labelBackgroundColor=default;fillColor=none;strokeColor=#FF8000;dashed=1;polyCurves=[[],[],[],[],[]];fontSource=https%3A%2F%2Ffonts.googleapis.com%2Fcss%3Ffamily%3DInter;" value="" vertex="1">
          <mxGeometry height="300" width="440" x="470" y="480" as="geometry" />
        </mxCell>
        <mxCell id="y9GF8haSMmf8SIC3IKub-161" parent="1" style="whiteSpace=wrap;html=1;container=0;dropTarget=0;portConstraint=none;fontFamily=Inter;fontSource=https%3A%2F%2Ffonts.googleapis.com%2Fcss%3Ffamily%3DInter;spacing=2;groupPadding=0;rounded=0;perimeterSpacing=0;perimeter=rectanglePerimeter;fillColor=#dae8fc;strokeColor=#6c8ebf;" value="Padring" vertex="1">
          <mxGeometry height="50" width="150" x="480" y="720" as="geometry" />
        </mxCell>
        <mxCell id="y9GF8haSMmf8SIC3IKub-179" parent="1" style="rounded=0;whiteSpace=wrap;html=1;fontFamily=Inter;fontSource=https%3A%2F%2Ffonts.googleapis.com%2Fcss%3Ffamily%3DInter;fontStyle=1;align=left;verticalAlign=middle;spacingLeft=10;" value="Legend" vertex="1">
          <mxGeometry height="50" width="900" x="40" y="820" as="geometry" />
        </mxCell>
        <mxCell id="y9GF8haSMmf8SIC3IKub-180" parent="1" style="whiteSpace=wrap;html=1;container=0;dropTarget=0;portConstraint=none;fontFamily=Inter;fontSource=https%3A%2F%2Ffonts.googleapis.com%2Fcss%3Ffamily%3DInter;spacing=2;groupPadding=0;rounded=0;perimeterSpacing=0;perimeter=rectanglePerimeter;fillColor=#dae8fc;strokeColor=#6c8ebf;" value="IP block" vertex="1">
          <mxGeometry height="30" width="150" x="110" y="830" as="geometry" />
        </mxCell>
        <mxCell id="y9GF8haSMmf8SIC3IKub-181" parent="1" style="whiteSpace=wrap;html=1;container=0;dropTarget=0;portConstraint=none;fontFamily=Inter;fontSource=https%3A%2F%2Ffonts.googleapis.com%2Fcss%3Ffamily%3DInter;spacing=2;groupPadding=0;rounded=0;perimeterSpacing=0;perimeter=rectanglePerimeter;fillColor=#d5e8d4;strokeColor=#82b366;" value="Memory" vertex="1">
          <mxGeometry height="30" width="150" x="280" y="830" as="geometry" />
        </mxCell>
        <mxCell id="y9GF8haSMmf8SIC3IKub-182" edge="1" parent="1" style="endArrow=block;startArrow=block;html=1;rounded=1;strokeColor=default;align=center;verticalAlign=middle;fontFamily=Inter;fontSize=12;fontColor=default;labelBackgroundColor=none;startSize=3;endSize=3;startFill=1;endFill=1;fontSource=https%3A%2F%2Ffonts.googleapis.com%2Fcss%3Ffamily%3DInter;spacingBottom=10;" value="&lt;div&gt;Memory bus connection&lt;/div&gt;&lt;div&gt;&lt;br&gt;&lt;/div&gt;">
          <mxGeometry height="50" relative="1" width="50" x="-0.0037" as="geometry">
            <mxPoint as="offset" />
            <mxPoint x="615" y="855" as="sourcePoint" />
            <mxPoint x="765" y="855" as="targetPoint" />
          </mxGeometry>
        </mxCell>
        <mxCell id="y9GF8haSMmf8SIC3IKub-183" connectable="0" parent="1" style="group" value="" vertex="1">
          <mxGeometry height="30" width="150" x="450" y="830" as="geometry" />
        </mxCell>
        <mxCell id="y9GF8haSMmf8SIC3IKub-184" parent="y9GF8haSMmf8SIC3IKub-183" style="whiteSpace=wrap;html=1;container=0;dropTarget=0;portConstraint=none;fontFamily=Inter;fontSource=https%3A%2F%2Ffonts.googleapis.com%2Fcss%3Ffamily%3DInter;spacing=2;groupPadding=0;rounded=0;perimeterSpacing=0;perimeter=rectanglePerimeter;fillColor=#dae8fc;strokeColor=#6c8ebf;" value="" vertex="1">
          <mxGeometry height="30" width="150" as="geometry" />
        </mxCell>
        <mxCell id="y9GF8haSMmf8SIC3IKub-185" edge="1" parent="y9GF8haSMmf8SIC3IKub-183" style="endArrow=none;html=1;rounded=0;" value="">
          <mxGeometry height="50" relative="1" width="50" as="geometry">
            <mxPoint x="5" y="5" as="sourcePoint" />
            <mxPoint x="145" y="25" as="targetPoint" />
          </mxGeometry>
        </mxCell>
        <mxCell id="y9GF8haSMmf8SIC3IKub-186" edge="1" parent="y9GF8haSMmf8SIC3IKub-183" style="endArrow=none;html=1;rounded=0;" value="">
          <mxGeometry height="50" relative="1" width="50" as="geometry">
            <mxPoint x="5" y="25" as="sourcePoint" />
            <mxPoint x="145" y="5" as="targetPoint" />
          </mxGeometry>
        </mxCell>
-         <mxCell id="y9GF8haSMmf8SIC3IKub-187" parent="y9GF8haSMmf8SIC3IKub-183" style="text;html=1;whiteSpace=wrap;strokeColor=none;fillColor=none;align=center;verticalAlign=middle;rounded=0;labelBackgroundColor=light-dark(#DAE8FC,#EDEDED);fontFamily=Inter;fontSource=https%3A%2F%2Ffonts.googleapis.com%2Fcss%3Ffamily%3DInter;" value="&amp;nbsp;Crossbar&amp;nbsp;" vertex="1">
+         <mxCell id="y9GF8haSMmf8SIC3IKub-187" parent="y9GF8haSMmf8SIC3IKub-183" style="text;html=1;whiteSpace=wrap;strokeColor=none;fillColor=#dae8fc;align=center;verticalAlign=middle;rounded=0;labelBackgroundColor=none;fontFamily=Inter;fontSource=https%3A%2F%2Ffonts.googleapis.com%2Fcss%3Ffamily%3DInter;" value="&amp;nbsp;Crossbar&amp;nbsp;" vertex="1">
          <mxGeometry height="20" width="60" x="40" y="5" as="geometry" />
        </mxCell>
        <mxCell id="y9GF8haSMmf8SIC3IKub-188" parent="1" style="whiteSpace=wrap;html=1;container=0;dropTarget=0;portConstraint=none;fontFamily=Inter;fontSource=https%3A%2F%2Ffonts.googleapis.com%2Fcss%3Ffamily%3DInter;spacing=2;groupPadding=0;rounded=0;perimeterSpacing=0;perimeter=rectanglePerimeter;fillColor=light-dark(#F5F5F5,#EDEDED);strokeColor=#666666;dashed=1;fontColor=#666666;" value="Integrator-specific" vertex="1">
          <mxGeometry height="30" width="150" x="780" y="830" as="geometry" />
        </mxCell>
      </root>
    </mxGraphModel>
  </diagram>
</mxfile>
